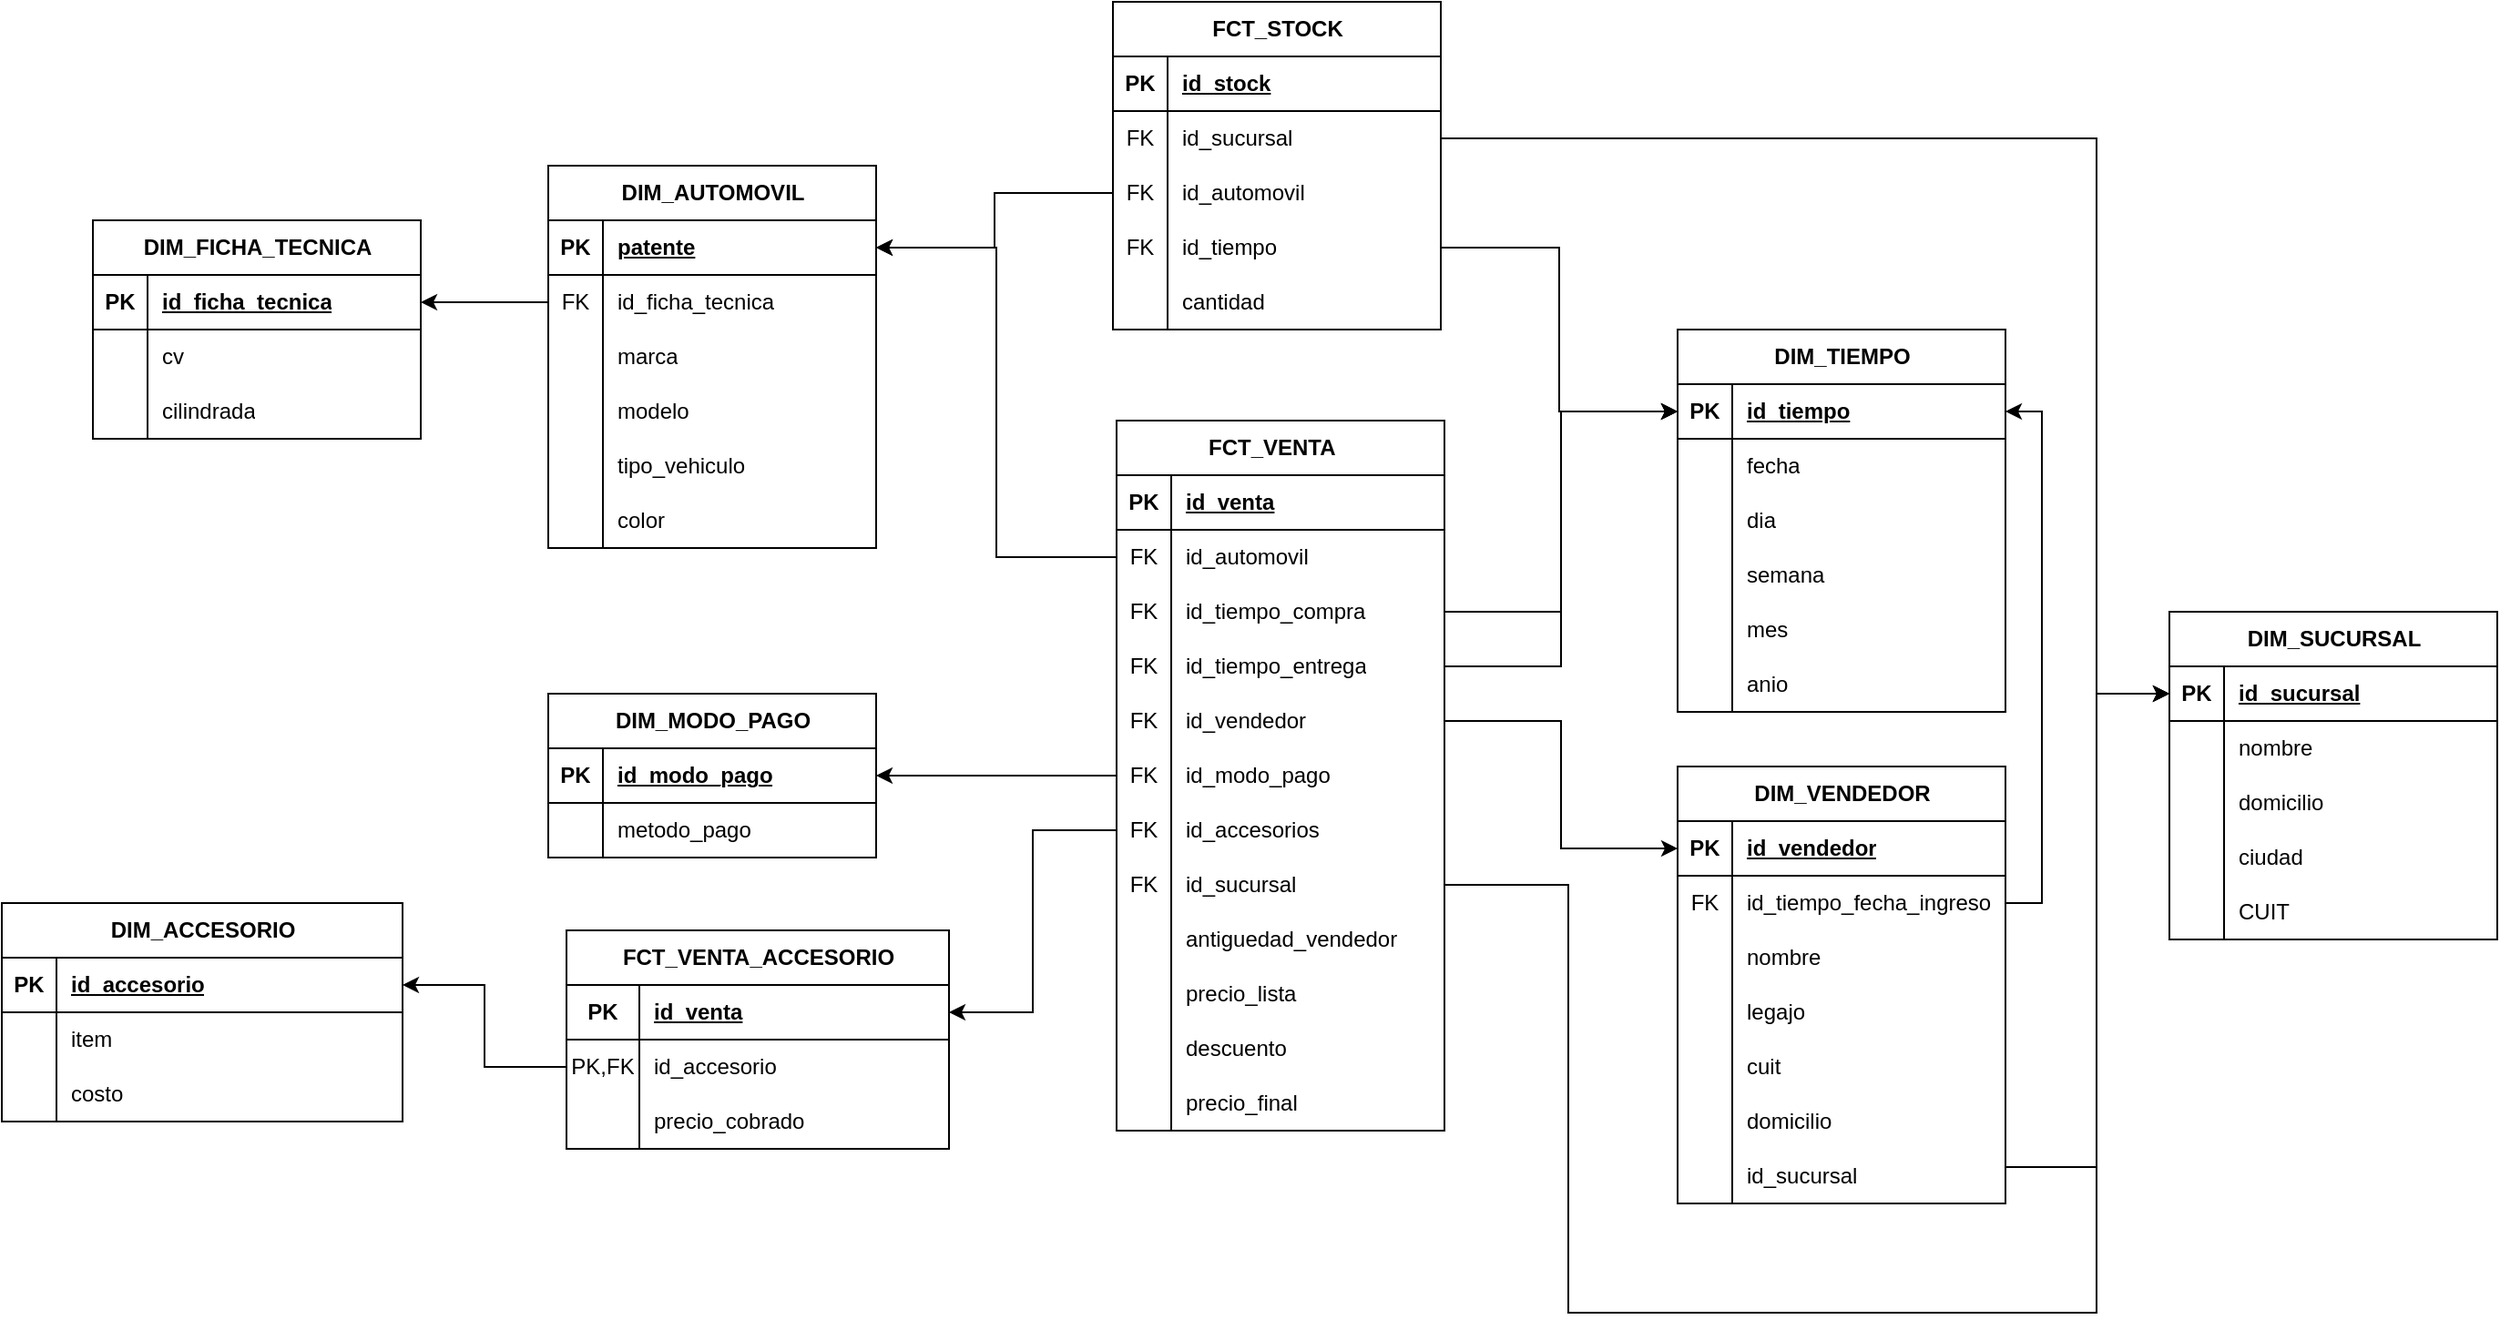
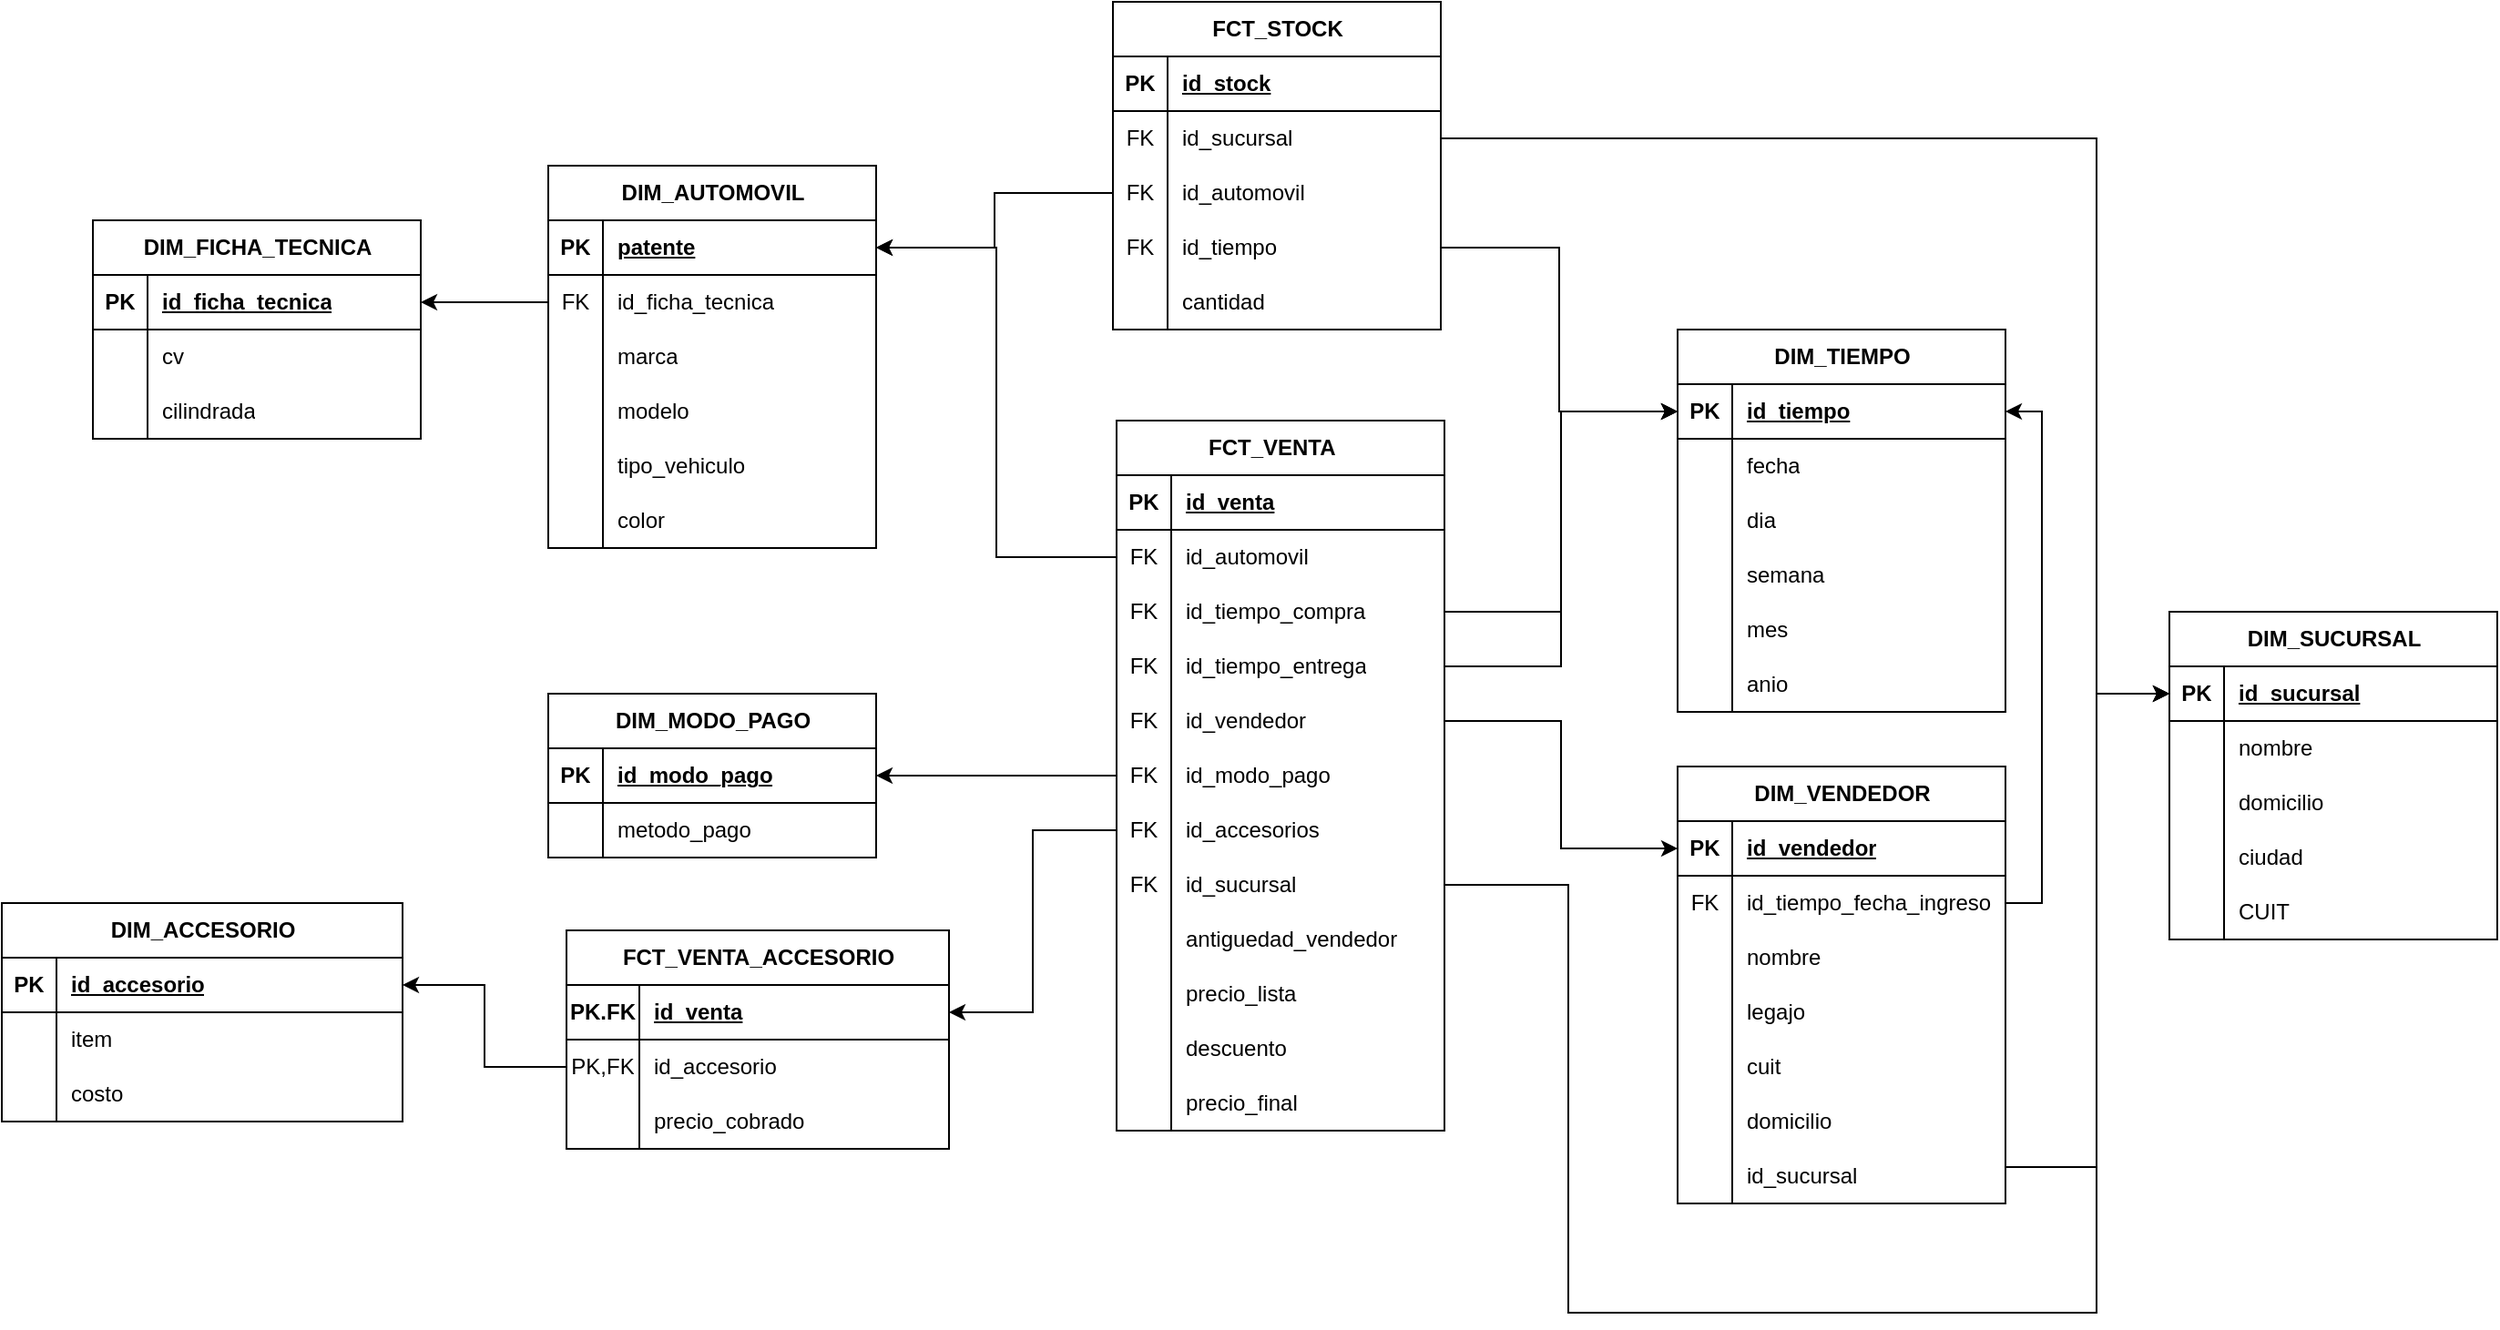
<mxfile host="app.diagrams.net">
  <diagram name="Página-1" id="msOhzYZNF5HMWlpOjL7c">
    <mxGraphModel dx="2592" dy="1884" grid="1" gridSize="10" guides="1" tooltips="1" connect="1" arrows="1" fold="1" page="1" pageScale="1" pageWidth="827" pageHeight="1169" math="0" shadow="0">
      <root>
        <mxCell id="0" />
        <mxCell id="1" parent="0" />
        <mxCell id="yolWoft2z_0ZBsrmm8Kk-500" parent="1" style="shape=table;startSize=30;container=1;collapsible=1;childLayout=tableLayout;fixedRows=1;rowLines=0;fontStyle=1;align=center;resizeLast=1;html=1;" value="DIM_AUTOMOVIL" vertex="1">
          <mxGeometry height="210" width="180" x="150" y="80" as="geometry" />
        </mxCell>
        <mxCell id="yolWoft2z_0ZBsrmm8Kk-501" parent="yolWoft2z_0ZBsrmm8Kk-500" style="shape=tableRow;horizontal=0;startSize=0;swimlaneHead=0;swimlaneBody=0;fillColor=none;collapsible=0;dropTarget=0;points=[[0,0.5],[1,0.5]];portConstraint=eastwest;top=0;left=0;right=0;bottom=1;" value="" vertex="1">
          <mxGeometry height="30" width="180" y="30" as="geometry" />
        </mxCell>
        <mxCell id="yolWoft2z_0ZBsrmm8Kk-502" parent="yolWoft2z_0ZBsrmm8Kk-501" style="shape=partialRectangle;connectable=0;fillColor=none;top=0;left=0;bottom=0;right=0;fontStyle=1;overflow=hidden;whiteSpace=wrap;html=1;" value="PK" vertex="1">
          <mxGeometry height="30" width="30" as="geometry">
            <mxRectangle height="30" width="30" as="alternateBounds" />
          </mxGeometry>
        </mxCell>
        <mxCell id="yolWoft2z_0ZBsrmm8Kk-503" parent="yolWoft2z_0ZBsrmm8Kk-501" style="shape=partialRectangle;connectable=0;fillColor=none;top=0;left=0;bottom=0;right=0;align=left;spacingLeft=6;fontStyle=5;overflow=hidden;whiteSpace=wrap;html=1;" value="patente" vertex="1">
          <mxGeometry height="30" width="150" x="30" as="geometry">
            <mxRectangle height="30" width="150" as="alternateBounds" />
          </mxGeometry>
        </mxCell>
        <mxCell id="yolWoft2z_0ZBsrmm8Kk-504" parent="yolWoft2z_0ZBsrmm8Kk-500" style="shape=tableRow;horizontal=0;startSize=0;swimlaneHead=0;swimlaneBody=0;fillColor=none;collapsible=0;dropTarget=0;points=[[0,0.5],[1,0.5]];portConstraint=eastwest;top=0;left=0;right=0;bottom=0;" value="" vertex="1">
          <mxGeometry height="30" width="180" y="60" as="geometry" />
        </mxCell>
        <mxCell id="yolWoft2z_0ZBsrmm8Kk-505" parent="yolWoft2z_0ZBsrmm8Kk-504" style="shape=partialRectangle;connectable=0;fillColor=none;top=0;left=0;bottom=0;right=0;editable=1;overflow=hidden;whiteSpace=wrap;html=1;" value="FK" vertex="1">
          <mxGeometry height="30" width="30" as="geometry">
            <mxRectangle height="30" width="30" as="alternateBounds" />
          </mxGeometry>
        </mxCell>
        <mxCell id="yolWoft2z_0ZBsrmm8Kk-506" parent="yolWoft2z_0ZBsrmm8Kk-504" style="shape=partialRectangle;connectable=0;fillColor=none;top=0;left=0;bottom=0;right=0;align=left;spacingLeft=6;overflow=hidden;whiteSpace=wrap;html=1;" value="id_ficha_tecnica" vertex="1">
          <mxGeometry height="30" width="150" x="30" as="geometry">
            <mxRectangle height="30" width="150" as="alternateBounds" />
          </mxGeometry>
        </mxCell>
        <mxCell id="yolWoft2z_0ZBsrmm8Kk-614" parent="yolWoft2z_0ZBsrmm8Kk-500" style="shape=tableRow;horizontal=0;startSize=0;swimlaneHead=0;swimlaneBody=0;fillColor=none;collapsible=0;dropTarget=0;points=[[0,0.5],[1,0.5]];portConstraint=eastwest;top=0;left=0;right=0;bottom=0;" value="" vertex="1">
          <mxGeometry height="30" width="180" y="90" as="geometry" />
        </mxCell>
        <mxCell id="yolWoft2z_0ZBsrmm8Kk-615" parent="yolWoft2z_0ZBsrmm8Kk-614" style="shape=partialRectangle;connectable=0;fillColor=none;top=0;left=0;bottom=0;right=0;editable=1;overflow=hidden;whiteSpace=wrap;html=1;" value="" vertex="1">
          <mxGeometry height="30" width="30" as="geometry">
            <mxRectangle height="30" width="30" as="alternateBounds" />
          </mxGeometry>
        </mxCell>
        <mxCell id="yolWoft2z_0ZBsrmm8Kk-616" parent="yolWoft2z_0ZBsrmm8Kk-614" style="shape=partialRectangle;connectable=0;fillColor=none;top=0;left=0;bottom=0;right=0;align=left;spacingLeft=6;overflow=hidden;whiteSpace=wrap;html=1;" value="marca" vertex="1">
          <mxGeometry height="30" width="150" x="30" as="geometry">
            <mxRectangle height="30" width="150" as="alternateBounds" />
          </mxGeometry>
        </mxCell>
        <mxCell id="yolWoft2z_0ZBsrmm8Kk-507" parent="yolWoft2z_0ZBsrmm8Kk-500" style="shape=tableRow;horizontal=0;startSize=0;swimlaneHead=0;swimlaneBody=0;fillColor=none;collapsible=0;dropTarget=0;points=[[0,0.5],[1,0.5]];portConstraint=eastwest;top=0;left=0;right=0;bottom=0;" value="" vertex="1">
          <mxGeometry height="30" width="180" y="120" as="geometry" />
        </mxCell>
        <mxCell id="yolWoft2z_0ZBsrmm8Kk-508" parent="yolWoft2z_0ZBsrmm8Kk-507" style="shape=partialRectangle;connectable=0;fillColor=none;top=0;left=0;bottom=0;right=0;editable=1;overflow=hidden;whiteSpace=wrap;html=1;" value="" vertex="1">
          <mxGeometry height="30" width="30" as="geometry">
            <mxRectangle height="30" width="30" as="alternateBounds" />
          </mxGeometry>
        </mxCell>
        <mxCell id="yolWoft2z_0ZBsrmm8Kk-509" parent="yolWoft2z_0ZBsrmm8Kk-507" style="shape=partialRectangle;connectable=0;fillColor=none;top=0;left=0;bottom=0;right=0;align=left;spacingLeft=6;overflow=hidden;whiteSpace=wrap;html=1;" value="modelo" vertex="1">
          <mxGeometry height="30" width="150" x="30" as="geometry">
            <mxRectangle height="30" width="150" as="alternateBounds" />
          </mxGeometry>
        </mxCell>
        <mxCell id="yolWoft2z_0ZBsrmm8Kk-510" parent="yolWoft2z_0ZBsrmm8Kk-500" style="shape=tableRow;horizontal=0;startSize=0;swimlaneHead=0;swimlaneBody=0;fillColor=none;collapsible=0;dropTarget=0;points=[[0,0.5],[1,0.5]];portConstraint=eastwest;top=0;left=0;right=0;bottom=0;" value="" vertex="1">
          <mxGeometry height="30" width="180" y="150" as="geometry" />
        </mxCell>
        <mxCell id="yolWoft2z_0ZBsrmm8Kk-511" parent="yolWoft2z_0ZBsrmm8Kk-510" style="shape=partialRectangle;connectable=0;fillColor=none;top=0;left=0;bottom=0;right=0;editable=1;overflow=hidden;whiteSpace=wrap;html=1;" value="" vertex="1">
          <mxGeometry height="30" width="30" as="geometry">
            <mxRectangle height="30" width="30" as="alternateBounds" />
          </mxGeometry>
        </mxCell>
        <mxCell id="yolWoft2z_0ZBsrmm8Kk-512" parent="yolWoft2z_0ZBsrmm8Kk-510" style="shape=partialRectangle;connectable=0;fillColor=none;top=0;left=0;bottom=0;right=0;align=left;spacingLeft=6;overflow=hidden;whiteSpace=wrap;html=1;" value="tipo_vehiculo" vertex="1">
          <mxGeometry height="30" width="150" x="30" as="geometry">
            <mxRectangle height="30" width="150" as="alternateBounds" />
          </mxGeometry>
        </mxCell>
        <mxCell id="yolWoft2z_0ZBsrmm8Kk-604" parent="yolWoft2z_0ZBsrmm8Kk-500" style="shape=tableRow;horizontal=0;startSize=0;swimlaneHead=0;swimlaneBody=0;fillColor=none;collapsible=0;dropTarget=0;points=[[0,0.5],[1,0.5]];portConstraint=eastwest;top=0;left=0;right=0;bottom=0;" value="" vertex="1">
          <mxGeometry height="30" width="180" y="180" as="geometry" />
        </mxCell>
        <mxCell id="yolWoft2z_0ZBsrmm8Kk-605" parent="yolWoft2z_0ZBsrmm8Kk-604" style="shape=partialRectangle;connectable=0;fillColor=none;top=0;left=0;bottom=0;right=0;editable=1;overflow=hidden;whiteSpace=wrap;html=1;" value="" vertex="1">
          <mxGeometry height="30" width="30" as="geometry">
            <mxRectangle height="30" width="30" as="alternateBounds" />
          </mxGeometry>
        </mxCell>
        <mxCell id="yolWoft2z_0ZBsrmm8Kk-606" parent="yolWoft2z_0ZBsrmm8Kk-604" style="shape=partialRectangle;connectable=0;fillColor=none;top=0;left=0;bottom=0;right=0;align=left;spacingLeft=6;overflow=hidden;whiteSpace=wrap;html=1;" value="color" vertex="1">
          <mxGeometry height="30" width="150" x="30" as="geometry">
            <mxRectangle height="30" width="150" as="alternateBounds" />
          </mxGeometry>
        </mxCell>
        <mxCell id="yolWoft2z_0ZBsrmm8Kk-513" parent="1" style="shape=table;startSize=30;container=1;collapsible=1;childLayout=tableLayout;fixedRows=1;rowLines=0;fontStyle=1;align=center;resizeLast=1;html=1;" value="FCT_VENTA&lt;span style=&quot;white-space: pre;&quot;&gt;&#x9;&lt;/span&gt;" vertex="1">
          <mxGeometry height="390" width="180" x="462" y="220" as="geometry" />
        </mxCell>
        <mxCell id="yolWoft2z_0ZBsrmm8Kk-514" parent="yolWoft2z_0ZBsrmm8Kk-513" style="shape=tableRow;horizontal=0;startSize=0;swimlaneHead=0;swimlaneBody=0;fillColor=none;collapsible=0;dropTarget=0;points=[[0,0.5],[1,0.5]];portConstraint=eastwest;top=0;left=0;right=0;bottom=1;" value="" vertex="1">
          <mxGeometry height="30" width="180" y="30" as="geometry" />
        </mxCell>
        <mxCell id="yolWoft2z_0ZBsrmm8Kk-515" parent="yolWoft2z_0ZBsrmm8Kk-514" style="shape=partialRectangle;connectable=0;fillColor=none;top=0;left=0;bottom=0;right=0;fontStyle=1;overflow=hidden;whiteSpace=wrap;html=1;" value="PK" vertex="1">
          <mxGeometry height="30" width="30" as="geometry">
            <mxRectangle height="30" width="30" as="alternateBounds" />
          </mxGeometry>
        </mxCell>
        <mxCell id="yolWoft2z_0ZBsrmm8Kk-516" parent="yolWoft2z_0ZBsrmm8Kk-514" style="shape=partialRectangle;connectable=0;fillColor=none;top=0;left=0;bottom=0;right=0;align=left;spacingLeft=6;fontStyle=5;overflow=hidden;whiteSpace=wrap;html=1;" value="id_venta" vertex="1">
          <mxGeometry height="30" width="150" x="30" as="geometry">
            <mxRectangle height="30" width="150" as="alternateBounds" />
          </mxGeometry>
        </mxCell>
        <mxCell id="yolWoft2z_0ZBsrmm8Kk-517" parent="yolWoft2z_0ZBsrmm8Kk-513" style="shape=tableRow;horizontal=0;startSize=0;swimlaneHead=0;swimlaneBody=0;fillColor=none;collapsible=0;dropTarget=0;points=[[0,0.5],[1,0.5]];portConstraint=eastwest;top=0;left=0;right=0;bottom=0;" value="" vertex="1">
          <mxGeometry height="30" width="180" y="60" as="geometry" />
        </mxCell>
        <mxCell id="yolWoft2z_0ZBsrmm8Kk-518" parent="yolWoft2z_0ZBsrmm8Kk-517" style="shape=partialRectangle;connectable=0;fillColor=none;top=0;left=0;bottom=0;right=0;editable=1;overflow=hidden;whiteSpace=wrap;html=1;" value="FK" vertex="1">
          <mxGeometry height="30" width="30" as="geometry">
            <mxRectangle height="30" width="30" as="alternateBounds" />
          </mxGeometry>
        </mxCell>
        <mxCell id="yolWoft2z_0ZBsrmm8Kk-519" parent="yolWoft2z_0ZBsrmm8Kk-517" style="shape=partialRectangle;connectable=0;fillColor=none;top=0;left=0;bottom=0;right=0;align=left;spacingLeft=6;overflow=hidden;whiteSpace=wrap;html=1;" value="id_automovil" vertex="1">
          <mxGeometry height="30" width="150" x="30" as="geometry">
            <mxRectangle height="30" width="150" as="alternateBounds" />
          </mxGeometry>
        </mxCell>
        <mxCell id="yolWoft2z_0ZBsrmm8Kk-520" parent="yolWoft2z_0ZBsrmm8Kk-513" style="shape=tableRow;horizontal=0;startSize=0;swimlaneHead=0;swimlaneBody=0;fillColor=none;collapsible=0;dropTarget=0;points=[[0,0.5],[1,0.5]];portConstraint=eastwest;top=0;left=0;right=0;bottom=0;" value="" vertex="1">
          <mxGeometry height="30" width="180" y="90" as="geometry" />
        </mxCell>
        <mxCell id="yolWoft2z_0ZBsrmm8Kk-521" parent="yolWoft2z_0ZBsrmm8Kk-520" style="shape=partialRectangle;connectable=0;fillColor=none;top=0;left=0;bottom=0;right=0;editable=1;overflow=hidden;whiteSpace=wrap;html=1;" value="FK" vertex="1">
          <mxGeometry height="30" width="30" as="geometry">
            <mxRectangle height="30" width="30" as="alternateBounds" />
          </mxGeometry>
        </mxCell>
        <mxCell id="yolWoft2z_0ZBsrmm8Kk-522" parent="yolWoft2z_0ZBsrmm8Kk-520" style="shape=partialRectangle;connectable=0;fillColor=none;top=0;left=0;bottom=0;right=0;align=left;spacingLeft=6;overflow=hidden;whiteSpace=wrap;html=1;" value="id_tiempo_compra" vertex="1">
          <mxGeometry height="30" width="150" x="30" as="geometry">
            <mxRectangle height="30" width="150" as="alternateBounds" />
          </mxGeometry>
        </mxCell>
        <mxCell id="yolWoft2z_0ZBsrmm8Kk-742" parent="yolWoft2z_0ZBsrmm8Kk-513" style="shape=tableRow;horizontal=0;startSize=0;swimlaneHead=0;swimlaneBody=0;fillColor=none;collapsible=0;dropTarget=0;points=[[0,0.5],[1,0.5]];portConstraint=eastwest;top=0;left=0;right=0;bottom=0;" value="" vertex="1">
          <mxGeometry height="30" width="180" y="120" as="geometry" />
        </mxCell>
        <mxCell id="yolWoft2z_0ZBsrmm8Kk-743" parent="yolWoft2z_0ZBsrmm8Kk-742" style="shape=partialRectangle;connectable=0;fillColor=none;top=0;left=0;bottom=0;right=0;editable=1;overflow=hidden;whiteSpace=wrap;html=1;" value="FK" vertex="1">
          <mxGeometry height="30" width="30" as="geometry">
            <mxRectangle height="30" width="30" as="alternateBounds" />
          </mxGeometry>
        </mxCell>
        <mxCell id="yolWoft2z_0ZBsrmm8Kk-744" parent="yolWoft2z_0ZBsrmm8Kk-742" style="shape=partialRectangle;connectable=0;fillColor=none;top=0;left=0;bottom=0;right=0;align=left;spacingLeft=6;overflow=hidden;whiteSpace=wrap;html=1;" value="id_tiempo_entrega" vertex="1">
          <mxGeometry height="30" width="150" x="30" as="geometry">
            <mxRectangle height="30" width="150" as="alternateBounds" />
          </mxGeometry>
        </mxCell>
        <mxCell id="yolWoft2z_0ZBsrmm8Kk-523" parent="yolWoft2z_0ZBsrmm8Kk-513" style="shape=tableRow;horizontal=0;startSize=0;swimlaneHead=0;swimlaneBody=0;fillColor=none;collapsible=0;dropTarget=0;points=[[0,0.5],[1,0.5]];portConstraint=eastwest;top=0;left=0;right=0;bottom=0;" value="" vertex="1">
          <mxGeometry height="30" width="180" y="150" as="geometry" />
        </mxCell>
        <mxCell id="yolWoft2z_0ZBsrmm8Kk-524" parent="yolWoft2z_0ZBsrmm8Kk-523" style="shape=partialRectangle;connectable=0;fillColor=none;top=0;left=0;bottom=0;right=0;editable=1;overflow=hidden;whiteSpace=wrap;html=1;" value="FK" vertex="1">
          <mxGeometry height="30" width="30" as="geometry">
            <mxRectangle height="30" width="30" as="alternateBounds" />
          </mxGeometry>
        </mxCell>
        <mxCell id="yolWoft2z_0ZBsrmm8Kk-525" parent="yolWoft2z_0ZBsrmm8Kk-523" style="shape=partialRectangle;connectable=0;fillColor=none;top=0;left=0;bottom=0;right=0;align=left;spacingLeft=6;overflow=hidden;whiteSpace=wrap;html=1;" value="id_vendedor" vertex="1">
          <mxGeometry height="30" width="150" x="30" as="geometry">
            <mxRectangle height="30" width="150" as="alternateBounds" />
          </mxGeometry>
        </mxCell>
        <mxCell id="yolWoft2z_0ZBsrmm8Kk-682" parent="yolWoft2z_0ZBsrmm8Kk-513" style="shape=tableRow;horizontal=0;startSize=0;swimlaneHead=0;swimlaneBody=0;fillColor=none;collapsible=0;dropTarget=0;points=[[0,0.5],[1,0.5]];portConstraint=eastwest;top=0;left=0;right=0;bottom=0;" value="" vertex="1">
          <mxGeometry height="30" width="180" y="180" as="geometry" />
        </mxCell>
        <mxCell id="yolWoft2z_0ZBsrmm8Kk-683" parent="yolWoft2z_0ZBsrmm8Kk-682" style="shape=partialRectangle;connectable=0;fillColor=none;top=0;left=0;bottom=0;right=0;editable=1;overflow=hidden;whiteSpace=wrap;html=1;" value="FK" vertex="1">
          <mxGeometry height="30" width="30" as="geometry">
            <mxRectangle height="30" width="30" as="alternateBounds" />
          </mxGeometry>
        </mxCell>
        <mxCell id="yolWoft2z_0ZBsrmm8Kk-684" parent="yolWoft2z_0ZBsrmm8Kk-682" style="shape=partialRectangle;connectable=0;fillColor=none;top=0;left=0;bottom=0;right=0;align=left;spacingLeft=6;overflow=hidden;whiteSpace=wrap;html=1;" value="id_modo_pago" vertex="1">
          <mxGeometry height="30" width="150" x="30" as="geometry">
            <mxRectangle height="30" width="150" as="alternateBounds" />
          </mxGeometry>
        </mxCell>
        <mxCell id="yolWoft2z_0ZBsrmm8Kk-728" parent="yolWoft2z_0ZBsrmm8Kk-513" style="shape=tableRow;horizontal=0;startSize=0;swimlaneHead=0;swimlaneBody=0;fillColor=none;collapsible=0;dropTarget=0;points=[[0,0.5],[1,0.5]];portConstraint=eastwest;top=0;left=0;right=0;bottom=0;" value="" vertex="1">
          <mxGeometry height="30" width="180" y="210" as="geometry" />
        </mxCell>
        <mxCell id="yolWoft2z_0ZBsrmm8Kk-729" parent="yolWoft2z_0ZBsrmm8Kk-728" style="shape=partialRectangle;connectable=0;fillColor=none;top=0;left=0;bottom=0;right=0;editable=1;overflow=hidden;whiteSpace=wrap;html=1;" value="FK" vertex="1">
          <mxGeometry height="30" width="30" as="geometry">
            <mxRectangle height="30" width="30" as="alternateBounds" />
          </mxGeometry>
        </mxCell>
        <mxCell id="yolWoft2z_0ZBsrmm8Kk-730" parent="yolWoft2z_0ZBsrmm8Kk-728" style="shape=partialRectangle;connectable=0;fillColor=none;top=0;left=0;bottom=0;right=0;align=left;spacingLeft=6;overflow=hidden;whiteSpace=wrap;html=1;" value="id_accesorios" vertex="1">
          <mxGeometry height="30" width="150" x="30" as="geometry">
            <mxRectangle height="30" width="150" as="alternateBounds" />
          </mxGeometry>
        </mxCell>
        <mxCell id="yolWoft2z_0ZBsrmm8Kk-763" parent="yolWoft2z_0ZBsrmm8Kk-513" style="shape=tableRow;horizontal=0;startSize=0;swimlaneHead=0;swimlaneBody=0;fillColor=none;collapsible=0;dropTarget=0;points=[[0,0.5],[1,0.5]];portConstraint=eastwest;top=0;left=0;right=0;bottom=0;" value="" vertex="1">
          <mxGeometry height="30" width="180" y="240" as="geometry" />
        </mxCell>
        <mxCell id="yolWoft2z_0ZBsrmm8Kk-764" parent="yolWoft2z_0ZBsrmm8Kk-763" style="shape=partialRectangle;connectable=0;fillColor=none;top=0;left=0;bottom=0;right=0;editable=1;overflow=hidden;whiteSpace=wrap;html=1;" value="FK" vertex="1">
          <mxGeometry height="30" width="30" as="geometry">
            <mxRectangle height="30" width="30" as="alternateBounds" />
          </mxGeometry>
        </mxCell>
        <mxCell id="yolWoft2z_0ZBsrmm8Kk-765" parent="yolWoft2z_0ZBsrmm8Kk-763" style="shape=partialRectangle;connectable=0;fillColor=none;top=0;left=0;bottom=0;right=0;align=left;spacingLeft=6;overflow=hidden;whiteSpace=wrap;html=1;" value="id_sucursal" vertex="1">
          <mxGeometry height="30" width="150" x="30" as="geometry">
            <mxRectangle height="30" width="150" as="alternateBounds" />
          </mxGeometry>
        </mxCell>
        <mxCell id="yolWoft2z_0ZBsrmm8Kk-782" parent="yolWoft2z_0ZBsrmm8Kk-513" style="shape=tableRow;horizontal=0;startSize=0;swimlaneHead=0;swimlaneBody=0;fillColor=none;collapsible=0;dropTarget=0;points=[[0,0.5],[1,0.5]];portConstraint=eastwest;top=0;left=0;right=0;bottom=0;" value="" vertex="1">
          <mxGeometry height="30" width="180" y="270" as="geometry" />
        </mxCell>
        <mxCell id="yolWoft2z_0ZBsrmm8Kk-783" parent="yolWoft2z_0ZBsrmm8Kk-782" style="shape=partialRectangle;connectable=0;fillColor=none;top=0;left=0;bottom=0;right=0;editable=1;overflow=hidden;whiteSpace=wrap;html=1;" value="" vertex="1">
          <mxGeometry height="30" width="30" as="geometry">
            <mxRectangle height="30" width="30" as="alternateBounds" />
          </mxGeometry>
        </mxCell>
        <mxCell id="yolWoft2z_0ZBsrmm8Kk-784" parent="yolWoft2z_0ZBsrmm8Kk-782" style="shape=partialRectangle;connectable=0;fillColor=none;top=0;left=0;bottom=0;right=0;align=left;spacingLeft=6;overflow=hidden;whiteSpace=wrap;html=1;" value="antiguedad_vendedor" vertex="1">
          <mxGeometry height="30" width="150" x="30" as="geometry">
            <mxRectangle height="30" width="150" as="alternateBounds" />
          </mxGeometry>
        </mxCell>
        <mxCell id="yolWoft2z_0ZBsrmm8Kk-685" parent="yolWoft2z_0ZBsrmm8Kk-513" style="shape=tableRow;horizontal=0;startSize=0;swimlaneHead=0;swimlaneBody=0;fillColor=none;collapsible=0;dropTarget=0;points=[[0,0.5],[1,0.5]];portConstraint=eastwest;top=0;left=0;right=0;bottom=0;" value="" vertex="1">
          <mxGeometry height="30" width="180" y="300" as="geometry" />
        </mxCell>
        <mxCell id="yolWoft2z_0ZBsrmm8Kk-686" parent="yolWoft2z_0ZBsrmm8Kk-685" style="shape=partialRectangle;connectable=0;fillColor=none;top=0;left=0;bottom=0;right=0;editable=1;overflow=hidden;whiteSpace=wrap;html=1;" value="" vertex="1">
          <mxGeometry height="30" width="30" as="geometry">
            <mxRectangle height="30" width="30" as="alternateBounds" />
          </mxGeometry>
        </mxCell>
        <mxCell id="yolWoft2z_0ZBsrmm8Kk-687" parent="yolWoft2z_0ZBsrmm8Kk-685" style="shape=partialRectangle;connectable=0;fillColor=none;top=0;left=0;bottom=0;right=0;align=left;spacingLeft=6;overflow=hidden;whiteSpace=wrap;html=1;" value="precio_lista" vertex="1">
          <mxGeometry height="30" width="150" x="30" as="geometry">
            <mxRectangle height="30" width="150" as="alternateBounds" />
          </mxGeometry>
        </mxCell>
        <mxCell id="yolWoft2z_0ZBsrmm8Kk-691" parent="yolWoft2z_0ZBsrmm8Kk-513" style="shape=tableRow;horizontal=0;startSize=0;swimlaneHead=0;swimlaneBody=0;fillColor=none;collapsible=0;dropTarget=0;points=[[0,0.5],[1,0.5]];portConstraint=eastwest;top=0;left=0;right=0;bottom=0;" value="" vertex="1">
          <mxGeometry height="30" width="180" y="330" as="geometry" />
        </mxCell>
        <mxCell id="yolWoft2z_0ZBsrmm8Kk-692" parent="yolWoft2z_0ZBsrmm8Kk-691" style="shape=partialRectangle;connectable=0;fillColor=none;top=0;left=0;bottom=0;right=0;editable=1;overflow=hidden;whiteSpace=wrap;html=1;" value="" vertex="1">
          <mxGeometry height="30" width="30" as="geometry">
            <mxRectangle height="30" width="30" as="alternateBounds" />
          </mxGeometry>
        </mxCell>
        <mxCell id="yolWoft2z_0ZBsrmm8Kk-693" parent="yolWoft2z_0ZBsrmm8Kk-691" style="shape=partialRectangle;connectable=0;fillColor=none;top=0;left=0;bottom=0;right=0;align=left;spacingLeft=6;overflow=hidden;whiteSpace=wrap;html=1;" value="descuento" vertex="1">
          <mxGeometry height="30" width="150" x="30" as="geometry">
            <mxRectangle height="30" width="150" as="alternateBounds" />
          </mxGeometry>
        </mxCell>
        <mxCell id="yolWoft2z_0ZBsrmm8Kk-694" parent="yolWoft2z_0ZBsrmm8Kk-513" style="shape=tableRow;horizontal=0;startSize=0;swimlaneHead=0;swimlaneBody=0;fillColor=none;collapsible=0;dropTarget=0;points=[[0,0.5],[1,0.5]];portConstraint=eastwest;top=0;left=0;right=0;bottom=0;" value="" vertex="1">
          <mxGeometry height="30" width="180" y="360" as="geometry" />
        </mxCell>
        <mxCell id="yolWoft2z_0ZBsrmm8Kk-695" parent="yolWoft2z_0ZBsrmm8Kk-694" style="shape=partialRectangle;connectable=0;fillColor=none;top=0;left=0;bottom=0;right=0;editable=1;overflow=hidden;whiteSpace=wrap;html=1;" value="" vertex="1">
          <mxGeometry height="30" width="30" as="geometry">
            <mxRectangle height="30" width="30" as="alternateBounds" />
          </mxGeometry>
        </mxCell>
        <mxCell id="yolWoft2z_0ZBsrmm8Kk-696" parent="yolWoft2z_0ZBsrmm8Kk-694" style="shape=partialRectangle;connectable=0;fillColor=none;top=0;left=0;bottom=0;right=0;align=left;spacingLeft=6;overflow=hidden;whiteSpace=wrap;html=1;" value="precio_final" vertex="1">
          <mxGeometry height="30" width="150" x="30" as="geometry">
            <mxRectangle height="30" width="150" as="alternateBounds" />
          </mxGeometry>
        </mxCell>
        <mxCell id="yolWoft2z_0ZBsrmm8Kk-539" parent="1" style="shape=table;startSize=30;container=1;collapsible=1;childLayout=tableLayout;fixedRows=1;rowLines=0;fontStyle=1;align=center;resizeLast=1;html=1;" value="DIM_FICHA_TECNICA" vertex="1">
          <mxGeometry height="120" width="180" x="-100" y="110" as="geometry" />
        </mxCell>
        <mxCell id="yolWoft2z_0ZBsrmm8Kk-540" parent="yolWoft2z_0ZBsrmm8Kk-539" style="shape=tableRow;horizontal=0;startSize=0;swimlaneHead=0;swimlaneBody=0;fillColor=none;collapsible=0;dropTarget=0;points=[[0,0.5],[1,0.5]];portConstraint=eastwest;top=0;left=0;right=0;bottom=1;" value="" vertex="1">
          <mxGeometry height="30" width="180" y="30" as="geometry" />
        </mxCell>
        <mxCell id="yolWoft2z_0ZBsrmm8Kk-541" parent="yolWoft2z_0ZBsrmm8Kk-540" style="shape=partialRectangle;connectable=0;fillColor=none;top=0;left=0;bottom=0;right=0;fontStyle=1;overflow=hidden;whiteSpace=wrap;html=1;" value="PK" vertex="1">
          <mxGeometry height="30" width="30" as="geometry">
            <mxRectangle height="30" width="30" as="alternateBounds" />
          </mxGeometry>
        </mxCell>
        <mxCell id="yolWoft2z_0ZBsrmm8Kk-542" parent="yolWoft2z_0ZBsrmm8Kk-540" style="shape=partialRectangle;connectable=0;fillColor=none;top=0;left=0;bottom=0;right=0;align=left;spacingLeft=6;fontStyle=5;overflow=hidden;whiteSpace=wrap;html=1;" value="id_ficha_tecnica" vertex="1">
          <mxGeometry height="30" width="150" x="30" as="geometry">
            <mxRectangle height="30" width="150" as="alternateBounds" />
          </mxGeometry>
        </mxCell>
        <mxCell id="yolWoft2z_0ZBsrmm8Kk-543" parent="yolWoft2z_0ZBsrmm8Kk-539" style="shape=tableRow;horizontal=0;startSize=0;swimlaneHead=0;swimlaneBody=0;fillColor=none;collapsible=0;dropTarget=0;points=[[0,0.5],[1,0.5]];portConstraint=eastwest;top=0;left=0;right=0;bottom=0;" value="" vertex="1">
          <mxGeometry height="30" width="180" y="60" as="geometry" />
        </mxCell>
        <mxCell id="yolWoft2z_0ZBsrmm8Kk-544" parent="yolWoft2z_0ZBsrmm8Kk-543" style="shape=partialRectangle;connectable=0;fillColor=none;top=0;left=0;bottom=0;right=0;editable=1;overflow=hidden;whiteSpace=wrap;html=1;" value="" vertex="1">
          <mxGeometry height="30" width="30" as="geometry">
            <mxRectangle height="30" width="30" as="alternateBounds" />
          </mxGeometry>
        </mxCell>
        <mxCell id="yolWoft2z_0ZBsrmm8Kk-545" parent="yolWoft2z_0ZBsrmm8Kk-543" style="shape=partialRectangle;connectable=0;fillColor=none;top=0;left=0;bottom=0;right=0;align=left;spacingLeft=6;overflow=hidden;whiteSpace=wrap;html=1;" value="cv" vertex="1">
          <mxGeometry height="30" width="150" x="30" as="geometry">
            <mxRectangle height="30" width="150" as="alternateBounds" />
          </mxGeometry>
        </mxCell>
        <mxCell id="yolWoft2z_0ZBsrmm8Kk-546" parent="yolWoft2z_0ZBsrmm8Kk-539" style="shape=tableRow;horizontal=0;startSize=0;swimlaneHead=0;swimlaneBody=0;fillColor=none;collapsible=0;dropTarget=0;points=[[0,0.5],[1,0.5]];portConstraint=eastwest;top=0;left=0;right=0;bottom=0;" value="" vertex="1">
          <mxGeometry height="30" width="180" y="90" as="geometry" />
        </mxCell>
        <mxCell id="yolWoft2z_0ZBsrmm8Kk-547" parent="yolWoft2z_0ZBsrmm8Kk-546" style="shape=partialRectangle;connectable=0;fillColor=none;top=0;left=0;bottom=0;right=0;editable=1;overflow=hidden;whiteSpace=wrap;html=1;" value="" vertex="1">
          <mxGeometry height="30" width="30" as="geometry">
            <mxRectangle height="30" width="30" as="alternateBounds" />
          </mxGeometry>
        </mxCell>
        <mxCell id="yolWoft2z_0ZBsrmm8Kk-548" parent="yolWoft2z_0ZBsrmm8Kk-546" style="shape=partialRectangle;connectable=0;fillColor=none;top=0;left=0;bottom=0;right=0;align=left;spacingLeft=6;overflow=hidden;whiteSpace=wrap;html=1;" value="cilindrada" vertex="1">
          <mxGeometry height="30" width="150" x="30" as="geometry">
            <mxRectangle height="30" width="150" as="alternateBounds" />
          </mxGeometry>
        </mxCell>
        <mxCell id="yolWoft2z_0ZBsrmm8Kk-552" parent="1" style="shape=table;startSize=30;container=1;collapsible=1;childLayout=tableLayout;fixedRows=1;rowLines=0;fontStyle=1;align=center;resizeLast=1;html=1;" value="DIM_VENDEDOR" vertex="1">
          <mxGeometry height="240" width="180" x="770" y="410" as="geometry" />
        </mxCell>
        <mxCell id="yolWoft2z_0ZBsrmm8Kk-553" parent="yolWoft2z_0ZBsrmm8Kk-552" style="shape=tableRow;horizontal=0;startSize=0;swimlaneHead=0;swimlaneBody=0;fillColor=none;collapsible=0;dropTarget=0;points=[[0,0.5],[1,0.5]];portConstraint=eastwest;top=0;left=0;right=0;bottom=1;" value="" vertex="1">
          <mxGeometry height="30" width="180" y="30" as="geometry" />
        </mxCell>
        <mxCell id="yolWoft2z_0ZBsrmm8Kk-554" parent="yolWoft2z_0ZBsrmm8Kk-553" style="shape=partialRectangle;connectable=0;fillColor=none;top=0;left=0;bottom=0;right=0;fontStyle=1;overflow=hidden;whiteSpace=wrap;html=1;" value="PK" vertex="1">
          <mxGeometry height="30" width="30" as="geometry">
            <mxRectangle height="30" width="30" as="alternateBounds" />
          </mxGeometry>
        </mxCell>
        <mxCell id="yolWoft2z_0ZBsrmm8Kk-555" parent="yolWoft2z_0ZBsrmm8Kk-553" style="shape=partialRectangle;connectable=0;fillColor=none;top=0;left=0;bottom=0;right=0;align=left;spacingLeft=6;fontStyle=5;overflow=hidden;whiteSpace=wrap;html=1;" value="id_vendedor" vertex="1">
          <mxGeometry height="30" width="150" x="30" as="geometry">
            <mxRectangle height="30" width="150" as="alternateBounds" />
          </mxGeometry>
        </mxCell>
        <mxCell id="yolWoft2z_0ZBsrmm8Kk-556" parent="yolWoft2z_0ZBsrmm8Kk-552" style="shape=tableRow;horizontal=0;startSize=0;swimlaneHead=0;swimlaneBody=0;fillColor=none;collapsible=0;dropTarget=0;points=[[0,0.5],[1,0.5]];portConstraint=eastwest;top=0;left=0;right=0;bottom=0;" value="" vertex="1">
          <mxGeometry height="30" width="180" y="60" as="geometry" />
        </mxCell>
        <mxCell id="yolWoft2z_0ZBsrmm8Kk-557" parent="yolWoft2z_0ZBsrmm8Kk-556" style="shape=partialRectangle;connectable=0;fillColor=none;top=0;left=0;bottom=0;right=0;editable=1;overflow=hidden;whiteSpace=wrap;html=1;" value="FK" vertex="1">
          <mxGeometry height="30" width="30" as="geometry">
            <mxRectangle height="30" width="30" as="alternateBounds" />
          </mxGeometry>
        </mxCell>
        <mxCell id="yolWoft2z_0ZBsrmm8Kk-558" parent="yolWoft2z_0ZBsrmm8Kk-556" style="shape=partialRectangle;connectable=0;fillColor=none;top=0;left=0;bottom=0;right=0;align=left;spacingLeft=6;overflow=hidden;whiteSpace=wrap;html=1;" value="id_tiempo_fecha_ingreso" vertex="1">
          <mxGeometry height="30" width="150" x="30" as="geometry">
            <mxRectangle height="30" width="150" as="alternateBounds" />
          </mxGeometry>
        </mxCell>
        <mxCell id="yolWoft2z_0ZBsrmm8Kk-755" parent="yolWoft2z_0ZBsrmm8Kk-552" style="shape=tableRow;horizontal=0;startSize=0;swimlaneHead=0;swimlaneBody=0;fillColor=none;collapsible=0;dropTarget=0;points=[[0,0.5],[1,0.5]];portConstraint=eastwest;top=0;left=0;right=0;bottom=0;" value="" vertex="1">
          <mxGeometry height="30" width="180" y="90" as="geometry" />
        </mxCell>
        <mxCell id="yolWoft2z_0ZBsrmm8Kk-756" parent="yolWoft2z_0ZBsrmm8Kk-755" style="shape=partialRectangle;connectable=0;fillColor=none;top=0;left=0;bottom=0;right=0;editable=1;overflow=hidden;whiteSpace=wrap;html=1;" value="" vertex="1">
          <mxGeometry height="30" width="30" as="geometry">
            <mxRectangle height="30" width="30" as="alternateBounds" />
          </mxGeometry>
        </mxCell>
        <mxCell id="yolWoft2z_0ZBsrmm8Kk-757" parent="yolWoft2z_0ZBsrmm8Kk-755" style="shape=partialRectangle;connectable=0;fillColor=none;top=0;left=0;bottom=0;right=0;align=left;spacingLeft=6;overflow=hidden;whiteSpace=wrap;html=1;" value="nombre" vertex="1">
          <mxGeometry height="30" width="150" x="30" as="geometry">
            <mxRectangle height="30" width="150" as="alternateBounds" />
          </mxGeometry>
        </mxCell>
        <mxCell id="yolWoft2z_0ZBsrmm8Kk-746" parent="yolWoft2z_0ZBsrmm8Kk-552" style="shape=tableRow;horizontal=0;startSize=0;swimlaneHead=0;swimlaneBody=0;fillColor=none;collapsible=0;dropTarget=0;points=[[0,0.5],[1,0.5]];portConstraint=eastwest;top=0;left=0;right=0;bottom=0;" value="" vertex="1">
          <mxGeometry height="30" width="180" y="120" as="geometry" />
        </mxCell>
        <mxCell id="yolWoft2z_0ZBsrmm8Kk-747" parent="yolWoft2z_0ZBsrmm8Kk-746" style="shape=partialRectangle;connectable=0;fillColor=none;top=0;left=0;bottom=0;right=0;editable=1;overflow=hidden;whiteSpace=wrap;html=1;" value="" vertex="1">
          <mxGeometry height="30" width="30" as="geometry">
            <mxRectangle height="30" width="30" as="alternateBounds" />
          </mxGeometry>
        </mxCell>
        <mxCell id="yolWoft2z_0ZBsrmm8Kk-748" parent="yolWoft2z_0ZBsrmm8Kk-746" style="shape=partialRectangle;connectable=0;fillColor=none;top=0;left=0;bottom=0;right=0;align=left;spacingLeft=6;overflow=hidden;whiteSpace=wrap;html=1;" value="legajo" vertex="1">
          <mxGeometry height="30" width="150" x="30" as="geometry">
            <mxRectangle height="30" width="150" as="alternateBounds" />
          </mxGeometry>
        </mxCell>
        <mxCell id="yolWoft2z_0ZBsrmm8Kk-749" parent="yolWoft2z_0ZBsrmm8Kk-552" style="shape=tableRow;horizontal=0;startSize=0;swimlaneHead=0;swimlaneBody=0;fillColor=none;collapsible=0;dropTarget=0;points=[[0,0.5],[1,0.5]];portConstraint=eastwest;top=0;left=0;right=0;bottom=0;" value="" vertex="1">
          <mxGeometry height="30" width="180" y="150" as="geometry" />
        </mxCell>
        <mxCell id="yolWoft2z_0ZBsrmm8Kk-750" parent="yolWoft2z_0ZBsrmm8Kk-749" style="shape=partialRectangle;connectable=0;fillColor=none;top=0;left=0;bottom=0;right=0;editable=1;overflow=hidden;whiteSpace=wrap;html=1;" value="" vertex="1">
          <mxGeometry height="30" width="30" as="geometry">
            <mxRectangle height="30" width="30" as="alternateBounds" />
          </mxGeometry>
        </mxCell>
        <mxCell id="yolWoft2z_0ZBsrmm8Kk-751" parent="yolWoft2z_0ZBsrmm8Kk-749" style="shape=partialRectangle;connectable=0;fillColor=none;top=0;left=0;bottom=0;right=0;align=left;spacingLeft=6;overflow=hidden;whiteSpace=wrap;html=1;" value="cuit" vertex="1">
          <mxGeometry height="30" width="150" x="30" as="geometry">
            <mxRectangle height="30" width="150" as="alternateBounds" />
          </mxGeometry>
        </mxCell>
        <mxCell id="yolWoft2z_0ZBsrmm8Kk-752" parent="yolWoft2z_0ZBsrmm8Kk-552" style="shape=tableRow;horizontal=0;startSize=0;swimlaneHead=0;swimlaneBody=0;fillColor=none;collapsible=0;dropTarget=0;points=[[0,0.5],[1,0.5]];portConstraint=eastwest;top=0;left=0;right=0;bottom=0;" value="" vertex="1">
          <mxGeometry height="30" width="180" y="180" as="geometry" />
        </mxCell>
        <mxCell id="yolWoft2z_0ZBsrmm8Kk-753" parent="yolWoft2z_0ZBsrmm8Kk-752" style="shape=partialRectangle;connectable=0;fillColor=none;top=0;left=0;bottom=0;right=0;editable=1;overflow=hidden;whiteSpace=wrap;html=1;" value="" vertex="1">
          <mxGeometry height="30" width="30" as="geometry">
            <mxRectangle height="30" width="30" as="alternateBounds" />
          </mxGeometry>
        </mxCell>
        <mxCell id="yolWoft2z_0ZBsrmm8Kk-754" parent="yolWoft2z_0ZBsrmm8Kk-752" style="shape=partialRectangle;connectable=0;fillColor=none;top=0;left=0;bottom=0;right=0;align=left;spacingLeft=6;overflow=hidden;whiteSpace=wrap;html=1;" value="domicilio" vertex="1">
          <mxGeometry height="30" width="150" x="30" as="geometry">
            <mxRectangle height="30" width="150" as="alternateBounds" />
          </mxGeometry>
        </mxCell>
        <mxCell id="yolWoft2z_0ZBsrmm8Kk-664" parent="yolWoft2z_0ZBsrmm8Kk-552" style="shape=tableRow;horizontal=0;startSize=0;swimlaneHead=0;swimlaneBody=0;fillColor=none;collapsible=0;dropTarget=0;points=[[0,0.5],[1,0.5]];portConstraint=eastwest;top=0;left=0;right=0;bottom=0;" value="" vertex="1">
          <mxGeometry height="30" width="180" y="210" as="geometry" />
        </mxCell>
        <mxCell id="yolWoft2z_0ZBsrmm8Kk-665" parent="yolWoft2z_0ZBsrmm8Kk-664" style="shape=partialRectangle;connectable=0;fillColor=none;top=0;left=0;bottom=0;right=0;editable=1;overflow=hidden;whiteSpace=wrap;html=1;" value="" vertex="1">
          <mxGeometry height="30" width="30" as="geometry">
            <mxRectangle height="30" width="30" as="alternateBounds" />
          </mxGeometry>
        </mxCell>
        <mxCell id="yolWoft2z_0ZBsrmm8Kk-666" parent="yolWoft2z_0ZBsrmm8Kk-664" style="shape=partialRectangle;connectable=0;fillColor=none;top=0;left=0;bottom=0;right=0;align=left;spacingLeft=6;overflow=hidden;whiteSpace=wrap;html=1;" value="id_sucursal" vertex="1">
          <mxGeometry height="30" width="150" x="30" as="geometry">
            <mxRectangle height="30" width="150" as="alternateBounds" />
          </mxGeometry>
        </mxCell>
        <mxCell id="yolWoft2z_0ZBsrmm8Kk-565" parent="1" style="shape=table;startSize=30;container=1;collapsible=1;childLayout=tableLayout;fixedRows=1;rowLines=0;fontStyle=1;align=center;resizeLast=1;html=1;" value="DIM_MODO_PAGO" vertex="1">
          <mxGeometry height="90" width="180" x="150" y="370" as="geometry" />
        </mxCell>
        <mxCell id="yolWoft2z_0ZBsrmm8Kk-566" parent="yolWoft2z_0ZBsrmm8Kk-565" style="shape=tableRow;horizontal=0;startSize=0;swimlaneHead=0;swimlaneBody=0;fillColor=none;collapsible=0;dropTarget=0;points=[[0,0.5],[1,0.5]];portConstraint=eastwest;top=0;left=0;right=0;bottom=1;" value="" vertex="1">
          <mxGeometry height="30" width="180" y="30" as="geometry" />
        </mxCell>
        <mxCell id="yolWoft2z_0ZBsrmm8Kk-567" parent="yolWoft2z_0ZBsrmm8Kk-566" style="shape=partialRectangle;connectable=0;fillColor=none;top=0;left=0;bottom=0;right=0;fontStyle=1;overflow=hidden;whiteSpace=wrap;html=1;" value="PK" vertex="1">
          <mxGeometry height="30" width="30" as="geometry">
            <mxRectangle height="30" width="30" as="alternateBounds" />
          </mxGeometry>
        </mxCell>
        <mxCell id="yolWoft2z_0ZBsrmm8Kk-568" parent="yolWoft2z_0ZBsrmm8Kk-566" style="shape=partialRectangle;connectable=0;fillColor=none;top=0;left=0;bottom=0;right=0;align=left;spacingLeft=6;fontStyle=5;overflow=hidden;whiteSpace=wrap;html=1;" value="id_modo_pago" vertex="1">
          <mxGeometry height="30" width="150" x="30" as="geometry">
            <mxRectangle height="30" width="150" as="alternateBounds" />
          </mxGeometry>
        </mxCell>
        <mxCell id="yolWoft2z_0ZBsrmm8Kk-569" parent="yolWoft2z_0ZBsrmm8Kk-565" style="shape=tableRow;horizontal=0;startSize=0;swimlaneHead=0;swimlaneBody=0;fillColor=none;collapsible=0;dropTarget=0;points=[[0,0.5],[1,0.5]];portConstraint=eastwest;top=0;left=0;right=0;bottom=0;" value="" vertex="1">
          <mxGeometry height="30" width="180" y="60" as="geometry" />
        </mxCell>
        <mxCell id="yolWoft2z_0ZBsrmm8Kk-570" parent="yolWoft2z_0ZBsrmm8Kk-569" style="shape=partialRectangle;connectable=0;fillColor=none;top=0;left=0;bottom=0;right=0;editable=1;overflow=hidden;whiteSpace=wrap;html=1;" value="" vertex="1">
          <mxGeometry height="30" width="30" as="geometry">
            <mxRectangle height="30" width="30" as="alternateBounds" />
          </mxGeometry>
        </mxCell>
        <mxCell id="yolWoft2z_0ZBsrmm8Kk-571" parent="yolWoft2z_0ZBsrmm8Kk-569" style="shape=partialRectangle;connectable=0;fillColor=none;top=0;left=0;bottom=0;right=0;align=left;spacingLeft=6;overflow=hidden;whiteSpace=wrap;html=1;" value="metodo_pago" vertex="1">
          <mxGeometry height="30" width="150" x="30" as="geometry">
            <mxRectangle height="30" width="150" as="alternateBounds" />
          </mxGeometry>
        </mxCell>
        <mxCell id="yolWoft2z_0ZBsrmm8Kk-578" parent="1" style="shape=table;startSize=30;container=1;collapsible=1;childLayout=tableLayout;fixedRows=1;rowLines=0;fontStyle=1;align=center;resizeLast=1;html=1;" value="DIM_SUCURSAL" vertex="1">
          <mxGeometry height="180" width="180" x="1040" y="325" as="geometry" />
        </mxCell>
        <mxCell id="yolWoft2z_0ZBsrmm8Kk-579" parent="yolWoft2z_0ZBsrmm8Kk-578" style="shape=tableRow;horizontal=0;startSize=0;swimlaneHead=0;swimlaneBody=0;fillColor=none;collapsible=0;dropTarget=0;points=[[0,0.5],[1,0.5]];portConstraint=eastwest;top=0;left=0;right=0;bottom=1;" value="" vertex="1">
          <mxGeometry height="30" width="180" y="30" as="geometry" />
        </mxCell>
        <mxCell id="yolWoft2z_0ZBsrmm8Kk-580" parent="yolWoft2z_0ZBsrmm8Kk-579" style="shape=partialRectangle;connectable=0;fillColor=none;top=0;left=0;bottom=0;right=0;fontStyle=1;overflow=hidden;whiteSpace=wrap;html=1;" value="PK" vertex="1">
          <mxGeometry height="30" width="30" as="geometry">
            <mxRectangle height="30" width="30" as="alternateBounds" />
          </mxGeometry>
        </mxCell>
        <mxCell id="yolWoft2z_0ZBsrmm8Kk-581" parent="yolWoft2z_0ZBsrmm8Kk-579" style="shape=partialRectangle;connectable=0;fillColor=none;top=0;left=0;bottom=0;right=0;align=left;spacingLeft=6;fontStyle=5;overflow=hidden;whiteSpace=wrap;html=1;" value="id_sucursal" vertex="1">
          <mxGeometry height="30" width="150" x="30" as="geometry">
            <mxRectangle height="30" width="150" as="alternateBounds" />
          </mxGeometry>
        </mxCell>
        <mxCell id="yolWoft2z_0ZBsrmm8Kk-582" parent="yolWoft2z_0ZBsrmm8Kk-578" style="shape=tableRow;horizontal=0;startSize=0;swimlaneHead=0;swimlaneBody=0;fillColor=none;collapsible=0;dropTarget=0;points=[[0,0.5],[1,0.5]];portConstraint=eastwest;top=0;left=0;right=0;bottom=0;" value="" vertex="1">
          <mxGeometry height="30" width="180" y="60" as="geometry" />
        </mxCell>
        <mxCell id="yolWoft2z_0ZBsrmm8Kk-583" parent="yolWoft2z_0ZBsrmm8Kk-582" style="shape=partialRectangle;connectable=0;fillColor=none;top=0;left=0;bottom=0;right=0;editable=1;overflow=hidden;whiteSpace=wrap;html=1;" value="" vertex="1">
          <mxGeometry height="30" width="30" as="geometry">
            <mxRectangle height="30" width="30" as="alternateBounds" />
          </mxGeometry>
        </mxCell>
        <mxCell id="yolWoft2z_0ZBsrmm8Kk-584" parent="yolWoft2z_0ZBsrmm8Kk-582" style="shape=partialRectangle;connectable=0;fillColor=none;top=0;left=0;bottom=0;right=0;align=left;spacingLeft=6;overflow=hidden;whiteSpace=wrap;html=1;" value="nombre" vertex="1">
          <mxGeometry height="30" width="150" x="30" as="geometry">
            <mxRectangle height="30" width="150" as="alternateBounds" />
          </mxGeometry>
        </mxCell>
        <mxCell id="yolWoft2z_0ZBsrmm8Kk-585" parent="yolWoft2z_0ZBsrmm8Kk-578" style="shape=tableRow;horizontal=0;startSize=0;swimlaneHead=0;swimlaneBody=0;fillColor=none;collapsible=0;dropTarget=0;points=[[0,0.5],[1,0.5]];portConstraint=eastwest;top=0;left=0;right=0;bottom=0;" value="" vertex="1">
          <mxGeometry height="30" width="180" y="90" as="geometry" />
        </mxCell>
        <mxCell id="yolWoft2z_0ZBsrmm8Kk-586" parent="yolWoft2z_0ZBsrmm8Kk-585" style="shape=partialRectangle;connectable=0;fillColor=none;top=0;left=0;bottom=0;right=0;editable=1;overflow=hidden;whiteSpace=wrap;html=1;" value="" vertex="1">
          <mxGeometry height="30" width="30" as="geometry">
            <mxRectangle height="30" width="30" as="alternateBounds" />
          </mxGeometry>
        </mxCell>
        <mxCell id="yolWoft2z_0ZBsrmm8Kk-587" parent="yolWoft2z_0ZBsrmm8Kk-585" style="shape=partialRectangle;connectable=0;fillColor=none;top=0;left=0;bottom=0;right=0;align=left;spacingLeft=6;overflow=hidden;whiteSpace=wrap;html=1;" value="domicilio" vertex="1">
          <mxGeometry height="30" width="150" x="30" as="geometry">
            <mxRectangle height="30" width="150" as="alternateBounds" />
          </mxGeometry>
        </mxCell>
        <mxCell id="yolWoft2z_0ZBsrmm8Kk-588" parent="yolWoft2z_0ZBsrmm8Kk-578" style="shape=tableRow;horizontal=0;startSize=0;swimlaneHead=0;swimlaneBody=0;fillColor=none;collapsible=0;dropTarget=0;points=[[0,0.5],[1,0.5]];portConstraint=eastwest;top=0;left=0;right=0;bottom=0;" value="" vertex="1">
          <mxGeometry height="30" width="180" y="120" as="geometry" />
        </mxCell>
        <mxCell id="yolWoft2z_0ZBsrmm8Kk-589" parent="yolWoft2z_0ZBsrmm8Kk-588" style="shape=partialRectangle;connectable=0;fillColor=none;top=0;left=0;bottom=0;right=0;editable=1;overflow=hidden;whiteSpace=wrap;html=1;" value="" vertex="1">
          <mxGeometry height="30" width="30" as="geometry">
            <mxRectangle height="30" width="30" as="alternateBounds" />
          </mxGeometry>
        </mxCell>
        <mxCell id="yolWoft2z_0ZBsrmm8Kk-590" parent="yolWoft2z_0ZBsrmm8Kk-588" style="shape=partialRectangle;connectable=0;fillColor=none;top=0;left=0;bottom=0;right=0;align=left;spacingLeft=6;overflow=hidden;whiteSpace=wrap;html=1;" value="ciudad" vertex="1">
          <mxGeometry height="30" width="150" x="30" as="geometry">
            <mxRectangle height="30" width="150" as="alternateBounds" />
          </mxGeometry>
        </mxCell>
        <mxCell id="yolWoft2z_0ZBsrmm8Kk-660" parent="yolWoft2z_0ZBsrmm8Kk-578" style="shape=tableRow;horizontal=0;startSize=0;swimlaneHead=0;swimlaneBody=0;fillColor=none;collapsible=0;dropTarget=0;points=[[0,0.5],[1,0.5]];portConstraint=eastwest;top=0;left=0;right=0;bottom=0;" value="" vertex="1">
          <mxGeometry height="30" width="180" y="150" as="geometry" />
        </mxCell>
        <mxCell id="yolWoft2z_0ZBsrmm8Kk-661" parent="yolWoft2z_0ZBsrmm8Kk-660" style="shape=partialRectangle;connectable=0;fillColor=none;top=0;left=0;bottom=0;right=0;editable=1;overflow=hidden;whiteSpace=wrap;html=1;" value="" vertex="1">
          <mxGeometry height="30" width="30" as="geometry">
            <mxRectangle height="30" width="30" as="alternateBounds" />
          </mxGeometry>
        </mxCell>
        <mxCell id="yolWoft2z_0ZBsrmm8Kk-662" parent="yolWoft2z_0ZBsrmm8Kk-660" style="shape=partialRectangle;connectable=0;fillColor=none;top=0;left=0;bottom=0;right=0;align=left;spacingLeft=6;overflow=hidden;whiteSpace=wrap;html=1;" value="CUIT" vertex="1">
          <mxGeometry height="30" width="150" x="30" as="geometry">
            <mxRectangle height="30" width="150" as="alternateBounds" />
          </mxGeometry>
        </mxCell>
        <mxCell id="yolWoft2z_0ZBsrmm8Kk-591" parent="1" style="shape=table;startSize=30;container=1;collapsible=1;childLayout=tableLayout;fixedRows=1;rowLines=0;fontStyle=1;align=center;resizeLast=1;html=1;" value="FCT_STOCK" vertex="1">
          <mxGeometry height="180" width="180" x="460" y="-10" as="geometry" />
        </mxCell>
        <mxCell id="yolWoft2z_0ZBsrmm8Kk-592" parent="yolWoft2z_0ZBsrmm8Kk-591" style="shape=tableRow;horizontal=0;startSize=0;swimlaneHead=0;swimlaneBody=0;fillColor=none;collapsible=0;dropTarget=0;points=[[0,0.5],[1,0.5]];portConstraint=eastwest;top=0;left=0;right=0;bottom=1;" value="" vertex="1">
          <mxGeometry height="30" width="180" y="30" as="geometry" />
        </mxCell>
        <mxCell id="yolWoft2z_0ZBsrmm8Kk-593" parent="yolWoft2z_0ZBsrmm8Kk-592" style="shape=partialRectangle;connectable=0;fillColor=none;top=0;left=0;bottom=0;right=0;fontStyle=1;overflow=hidden;whiteSpace=wrap;html=1;" value="PK" vertex="1">
          <mxGeometry height="30" width="30" as="geometry">
            <mxRectangle height="30" width="30" as="alternateBounds" />
          </mxGeometry>
        </mxCell>
        <mxCell id="yolWoft2z_0ZBsrmm8Kk-594" parent="yolWoft2z_0ZBsrmm8Kk-592" style="shape=partialRectangle;connectable=0;fillColor=none;top=0;left=0;bottom=0;right=0;align=left;spacingLeft=6;fontStyle=5;overflow=hidden;whiteSpace=wrap;html=1;" value="id_stock" vertex="1">
          <mxGeometry height="30" width="150" x="30" as="geometry">
            <mxRectangle height="30" width="150" as="alternateBounds" />
          </mxGeometry>
        </mxCell>
        <mxCell id="yolWoft2z_0ZBsrmm8Kk-595" parent="yolWoft2z_0ZBsrmm8Kk-591" style="shape=tableRow;horizontal=0;startSize=0;swimlaneHead=0;swimlaneBody=0;fillColor=none;collapsible=0;dropTarget=0;points=[[0,0.5],[1,0.5]];portConstraint=eastwest;top=0;left=0;right=0;bottom=0;" value="" vertex="1">
          <mxGeometry height="30" width="180" y="60" as="geometry" />
        </mxCell>
        <mxCell id="yolWoft2z_0ZBsrmm8Kk-596" parent="yolWoft2z_0ZBsrmm8Kk-595" style="shape=partialRectangle;connectable=0;fillColor=none;top=0;left=0;bottom=0;right=0;editable=1;overflow=hidden;whiteSpace=wrap;html=1;" value="FK" vertex="1">
          <mxGeometry height="30" width="30" as="geometry">
            <mxRectangle height="30" width="30" as="alternateBounds" />
          </mxGeometry>
        </mxCell>
        <mxCell id="yolWoft2z_0ZBsrmm8Kk-597" parent="yolWoft2z_0ZBsrmm8Kk-595" style="shape=partialRectangle;connectable=0;fillColor=none;top=0;left=0;bottom=0;right=0;align=left;spacingLeft=6;overflow=hidden;whiteSpace=wrap;html=1;" value="id_sucursal" vertex="1">
          <mxGeometry height="30" width="150" x="30" as="geometry">
            <mxRectangle height="30" width="150" as="alternateBounds" />
          </mxGeometry>
        </mxCell>
        <mxCell id="yolWoft2z_0ZBsrmm8Kk-601" parent="yolWoft2z_0ZBsrmm8Kk-591" style="shape=tableRow;horizontal=0;startSize=0;swimlaneHead=0;swimlaneBody=0;fillColor=none;collapsible=0;dropTarget=0;points=[[0,0.5],[1,0.5]];portConstraint=eastwest;top=0;left=0;right=0;bottom=0;" value="" vertex="1">
          <mxGeometry height="30" width="180" y="90" as="geometry" />
        </mxCell>
        <mxCell id="yolWoft2z_0ZBsrmm8Kk-602" parent="yolWoft2z_0ZBsrmm8Kk-601" style="shape=partialRectangle;connectable=0;fillColor=none;top=0;left=0;bottom=0;right=0;editable=1;overflow=hidden;whiteSpace=wrap;html=1;" value="FK" vertex="1">
          <mxGeometry height="30" width="30" as="geometry">
            <mxRectangle height="30" width="30" as="alternateBounds" />
          </mxGeometry>
        </mxCell>
        <mxCell id="yolWoft2z_0ZBsrmm8Kk-603" parent="yolWoft2z_0ZBsrmm8Kk-601" style="shape=partialRectangle;connectable=0;fillColor=none;top=0;left=0;bottom=0;right=0;align=left;spacingLeft=6;overflow=hidden;whiteSpace=wrap;html=1;" value="id_automovil" vertex="1">
          <mxGeometry height="30" width="150" x="30" as="geometry">
            <mxRectangle height="30" width="150" as="alternateBounds" />
          </mxGeometry>
        </mxCell>
        <mxCell id="yolWoft2z_0ZBsrmm8Kk-759" parent="yolWoft2z_0ZBsrmm8Kk-591" style="shape=tableRow;horizontal=0;startSize=0;swimlaneHead=0;swimlaneBody=0;fillColor=none;collapsible=0;dropTarget=0;points=[[0,0.5],[1,0.5]];portConstraint=eastwest;top=0;left=0;right=0;bottom=0;" value="" vertex="1">
          <mxGeometry height="30" width="180" y="120" as="geometry" />
        </mxCell>
        <mxCell id="yolWoft2z_0ZBsrmm8Kk-760" parent="yolWoft2z_0ZBsrmm8Kk-759" style="shape=partialRectangle;connectable=0;fillColor=none;top=0;left=0;bottom=0;right=0;editable=1;overflow=hidden;whiteSpace=wrap;html=1;" value="FK" vertex="1">
          <mxGeometry height="30" width="30" as="geometry">
            <mxRectangle height="30" width="30" as="alternateBounds" />
          </mxGeometry>
        </mxCell>
        <mxCell id="yolWoft2z_0ZBsrmm8Kk-761" parent="yolWoft2z_0ZBsrmm8Kk-759" style="shape=partialRectangle;connectable=0;fillColor=none;top=0;left=0;bottom=0;right=0;align=left;spacingLeft=6;overflow=hidden;whiteSpace=wrap;html=1;" value="id_tiempo" vertex="1">
          <mxGeometry height="30" width="150" x="30" as="geometry">
            <mxRectangle height="30" width="150" as="alternateBounds" />
          </mxGeometry>
        </mxCell>
        <mxCell id="yolWoft2z_0ZBsrmm8Kk-767" parent="yolWoft2z_0ZBsrmm8Kk-591" style="shape=tableRow;horizontal=0;startSize=0;swimlaneHead=0;swimlaneBody=0;fillColor=none;collapsible=0;dropTarget=0;points=[[0,0.5],[1,0.5]];portConstraint=eastwest;top=0;left=0;right=0;bottom=0;" value="" vertex="1">
          <mxGeometry height="30" width="180" y="150" as="geometry" />
        </mxCell>
        <mxCell id="yolWoft2z_0ZBsrmm8Kk-768" parent="yolWoft2z_0ZBsrmm8Kk-767" style="shape=partialRectangle;connectable=0;fillColor=none;top=0;left=0;bottom=0;right=0;editable=1;overflow=hidden;whiteSpace=wrap;html=1;" value="" vertex="1">
          <mxGeometry height="30" width="30" as="geometry">
            <mxRectangle height="30" width="30" as="alternateBounds" />
          </mxGeometry>
        </mxCell>
        <mxCell id="yolWoft2z_0ZBsrmm8Kk-769" parent="yolWoft2z_0ZBsrmm8Kk-767" style="shape=partialRectangle;connectable=0;fillColor=none;top=0;left=0;bottom=0;right=0;align=left;spacingLeft=6;overflow=hidden;whiteSpace=wrap;html=1;" value="cantidad" vertex="1">
          <mxGeometry height="30" width="150" x="30" as="geometry">
            <mxRectangle height="30" width="150" as="alternateBounds" />
          </mxGeometry>
        </mxCell>
        <mxCell id="yolWoft2z_0ZBsrmm8Kk-610" edge="1" parent="1" source="yolWoft2z_0ZBsrmm8Kk-517" style="edgeStyle=orthogonalEdgeStyle;rounded=0;orthogonalLoop=1;jettySize=auto;html=1;exitX=0;exitY=0.5;exitDx=0;exitDy=0;entryX=1;entryY=0.5;entryDx=0;entryDy=0;" target="yolWoft2z_0ZBsrmm8Kk-501">
          <mxGeometry relative="1" as="geometry" />
        </mxCell>
        <mxCell id="yolWoft2z_0ZBsrmm8Kk-617" edge="1" parent="1" source="yolWoft2z_0ZBsrmm8Kk-504" style="edgeStyle=orthogonalEdgeStyle;rounded=0;orthogonalLoop=1;jettySize=auto;html=1;exitX=0;exitY=0.5;exitDx=0;exitDy=0;entryX=1;entryY=0.5;entryDx=0;entryDy=0;" target="yolWoft2z_0ZBsrmm8Kk-540">
          <mxGeometry relative="1" as="geometry" />
        </mxCell>
        <mxCell id="yolWoft2z_0ZBsrmm8Kk-659" edge="1" parent="1" source="yolWoft2z_0ZBsrmm8Kk-595" style="edgeStyle=orthogonalEdgeStyle;rounded=0;orthogonalLoop=1;jettySize=auto;html=1;exitX=1;exitY=0.5;exitDx=0;exitDy=0;entryX=0;entryY=0.5;entryDx=0;entryDy=0;" target="yolWoft2z_0ZBsrmm8Kk-579">
          <mxGeometry relative="1" as="geometry">
            <Array as="points">
              <mxPoint x="1000" y="65" />
              <mxPoint x="1000" y="370" />
            </Array>
          </mxGeometry>
        </mxCell>
        <mxCell id="yolWoft2z_0ZBsrmm8Kk-667" edge="1" parent="1" source="yolWoft2z_0ZBsrmm8Kk-664" style="edgeStyle=orthogonalEdgeStyle;rounded=0;orthogonalLoop=1;jettySize=auto;html=1;exitX=1;exitY=0.5;exitDx=0;exitDy=0;entryX=0;entryY=0.5;entryDx=0;entryDy=0;" target="yolWoft2z_0ZBsrmm8Kk-579">
          <mxGeometry relative="1" as="geometry">
            <Array as="points">
              <mxPoint x="950" y="630" />
              <mxPoint x="1000" y="630" />
              <mxPoint x="1000" y="370" />
            </Array>
          </mxGeometry>
        </mxCell>
        <mxCell id="yolWoft2z_0ZBsrmm8Kk-668" edge="1" parent="1" source="yolWoft2z_0ZBsrmm8Kk-523" style="edgeStyle=orthogonalEdgeStyle;rounded=0;orthogonalLoop=1;jettySize=auto;html=1;exitX=1;exitY=0.5;exitDx=0;exitDy=0;entryX=0;entryY=0.5;entryDx=0;entryDy=0;" target="yolWoft2z_0ZBsrmm8Kk-553">
          <mxGeometry relative="1" as="geometry" />
        </mxCell>
        <mxCell id="yolWoft2z_0ZBsrmm8Kk-669" edge="1" parent="1" source="yolWoft2z_0ZBsrmm8Kk-601" style="edgeStyle=orthogonalEdgeStyle;rounded=0;orthogonalLoop=1;jettySize=auto;html=1;exitX=0;exitY=0.5;exitDx=0;exitDy=0;entryX=1;entryY=0.5;entryDx=0;entryDy=0;" target="yolWoft2z_0ZBsrmm8Kk-501">
          <mxGeometry relative="1" as="geometry" />
        </mxCell>
        <mxCell id="yolWoft2z_0ZBsrmm8Kk-700" edge="1" parent="1" source="yolWoft2z_0ZBsrmm8Kk-682" style="edgeStyle=orthogonalEdgeStyle;rounded=0;orthogonalLoop=1;jettySize=auto;html=1;exitX=0;exitY=0.5;exitDx=0;exitDy=0;entryX=1;entryY=0.5;entryDx=0;entryDy=0;" target="yolWoft2z_0ZBsrmm8Kk-566">
          <mxGeometry relative="1" as="geometry" />
        </mxCell>
        <mxCell id="yolWoft2z_0ZBsrmm8Kk-701" parent="1" style="shape=table;startSize=30;container=1;collapsible=1;childLayout=tableLayout;fixedRows=1;rowLines=0;fontStyle=1;align=center;resizeLast=1;html=1;" value="DIM_TIEMPO" vertex="1">
          <mxGeometry height="210" width="180" x="770" y="170" as="geometry" />
        </mxCell>
        <mxCell id="yolWoft2z_0ZBsrmm8Kk-702" parent="yolWoft2z_0ZBsrmm8Kk-701" style="shape=tableRow;horizontal=0;startSize=0;swimlaneHead=0;swimlaneBody=0;fillColor=none;collapsible=0;dropTarget=0;points=[[0,0.5],[1,0.5]];portConstraint=eastwest;top=0;left=0;right=0;bottom=1;" value="" vertex="1">
          <mxGeometry height="30" width="180" y="30" as="geometry" />
        </mxCell>
        <mxCell id="yolWoft2z_0ZBsrmm8Kk-703" parent="yolWoft2z_0ZBsrmm8Kk-702" style="shape=partialRectangle;connectable=0;fillColor=none;top=0;left=0;bottom=0;right=0;fontStyle=1;overflow=hidden;whiteSpace=wrap;html=1;" value="PK" vertex="1">
          <mxGeometry height="30" width="30" as="geometry">
            <mxRectangle height="30" width="30" as="alternateBounds" />
          </mxGeometry>
        </mxCell>
        <mxCell id="yolWoft2z_0ZBsrmm8Kk-704" parent="yolWoft2z_0ZBsrmm8Kk-702" style="shape=partialRectangle;connectable=0;fillColor=none;top=0;left=0;bottom=0;right=0;align=left;spacingLeft=6;fontStyle=5;overflow=hidden;whiteSpace=wrap;html=1;" value="id_tiempo" vertex="1">
          <mxGeometry height="30" width="150" x="30" as="geometry">
            <mxRectangle height="30" width="150" as="alternateBounds" />
          </mxGeometry>
        </mxCell>
        <mxCell id="yolWoft2z_0ZBsrmm8Kk-705" parent="yolWoft2z_0ZBsrmm8Kk-701" style="shape=tableRow;horizontal=0;startSize=0;swimlaneHead=0;swimlaneBody=0;fillColor=none;collapsible=0;dropTarget=0;points=[[0,0.5],[1,0.5]];portConstraint=eastwest;top=0;left=0;right=0;bottom=0;" value="" vertex="1">
          <mxGeometry height="30" width="180" y="60" as="geometry" />
        </mxCell>
        <mxCell id="yolWoft2z_0ZBsrmm8Kk-706" parent="yolWoft2z_0ZBsrmm8Kk-705" style="shape=partialRectangle;connectable=0;fillColor=none;top=0;left=0;bottom=0;right=0;editable=1;overflow=hidden;whiteSpace=wrap;html=1;" value="" vertex="1">
          <mxGeometry height="30" width="30" as="geometry">
            <mxRectangle height="30" width="30" as="alternateBounds" />
          </mxGeometry>
        </mxCell>
        <mxCell id="yolWoft2z_0ZBsrmm8Kk-707" parent="yolWoft2z_0ZBsrmm8Kk-705" style="shape=partialRectangle;connectable=0;fillColor=none;top=0;left=0;bottom=0;right=0;align=left;spacingLeft=6;overflow=hidden;whiteSpace=wrap;html=1;" value="fecha" vertex="1">
          <mxGeometry height="30" width="150" x="30" as="geometry">
            <mxRectangle height="30" width="150" as="alternateBounds" />
          </mxGeometry>
        </mxCell>
        <mxCell id="yolWoft2z_0ZBsrmm8Kk-708" parent="yolWoft2z_0ZBsrmm8Kk-701" style="shape=tableRow;horizontal=0;startSize=0;swimlaneHead=0;swimlaneBody=0;fillColor=none;collapsible=0;dropTarget=0;points=[[0,0.5],[1,0.5]];portConstraint=eastwest;top=0;left=0;right=0;bottom=0;" value="" vertex="1">
          <mxGeometry height="30" width="180" y="90" as="geometry" />
        </mxCell>
        <mxCell id="yolWoft2z_0ZBsrmm8Kk-709" parent="yolWoft2z_0ZBsrmm8Kk-708" style="shape=partialRectangle;connectable=0;fillColor=none;top=0;left=0;bottom=0;right=0;editable=1;overflow=hidden;whiteSpace=wrap;html=1;" value="" vertex="1">
          <mxGeometry height="30" width="30" as="geometry">
            <mxRectangle height="30" width="30" as="alternateBounds" />
          </mxGeometry>
        </mxCell>
        <mxCell id="yolWoft2z_0ZBsrmm8Kk-710" parent="yolWoft2z_0ZBsrmm8Kk-708" style="shape=partialRectangle;connectable=0;fillColor=none;top=0;left=0;bottom=0;right=0;align=left;spacingLeft=6;overflow=hidden;whiteSpace=wrap;html=1;" value="dia" vertex="1">
          <mxGeometry height="30" width="150" x="30" as="geometry">
            <mxRectangle height="30" width="150" as="alternateBounds" />
          </mxGeometry>
        </mxCell>
        <mxCell id="yolWoft2z_0ZBsrmm8Kk-711" parent="yolWoft2z_0ZBsrmm8Kk-701" style="shape=tableRow;horizontal=0;startSize=0;swimlaneHead=0;swimlaneBody=0;fillColor=none;collapsible=0;dropTarget=0;points=[[0,0.5],[1,0.5]];portConstraint=eastwest;top=0;left=0;right=0;bottom=0;" value="" vertex="1">
          <mxGeometry height="30" width="180" y="120" as="geometry" />
        </mxCell>
        <mxCell id="yolWoft2z_0ZBsrmm8Kk-712" parent="yolWoft2z_0ZBsrmm8Kk-711" style="shape=partialRectangle;connectable=0;fillColor=none;top=0;left=0;bottom=0;right=0;editable=1;overflow=hidden;whiteSpace=wrap;html=1;" value="" vertex="1">
          <mxGeometry height="30" width="30" as="geometry">
            <mxRectangle height="30" width="30" as="alternateBounds" />
          </mxGeometry>
        </mxCell>
        <mxCell id="yolWoft2z_0ZBsrmm8Kk-713" parent="yolWoft2z_0ZBsrmm8Kk-711" style="shape=partialRectangle;connectable=0;fillColor=none;top=0;left=0;bottom=0;right=0;align=left;spacingLeft=6;overflow=hidden;whiteSpace=wrap;html=1;" value="semana" vertex="1">
          <mxGeometry height="30" width="150" x="30" as="geometry">
            <mxRectangle height="30" width="150" as="alternateBounds" />
          </mxGeometry>
        </mxCell>
        <mxCell id="yolWoft2z_0ZBsrmm8Kk-714" parent="yolWoft2z_0ZBsrmm8Kk-701" style="shape=tableRow;horizontal=0;startSize=0;swimlaneHead=0;swimlaneBody=0;fillColor=none;collapsible=0;dropTarget=0;points=[[0,0.5],[1,0.5]];portConstraint=eastwest;top=0;left=0;right=0;bottom=0;" value="" vertex="1">
          <mxGeometry height="30" width="180" y="150" as="geometry" />
        </mxCell>
        <mxCell id="yolWoft2z_0ZBsrmm8Kk-715" parent="yolWoft2z_0ZBsrmm8Kk-714" style="shape=partialRectangle;connectable=0;fillColor=none;top=0;left=0;bottom=0;right=0;editable=1;overflow=hidden;whiteSpace=wrap;html=1;" value="" vertex="1">
          <mxGeometry height="30" width="30" as="geometry">
            <mxRectangle height="30" width="30" as="alternateBounds" />
          </mxGeometry>
        </mxCell>
        <mxCell id="yolWoft2z_0ZBsrmm8Kk-716" parent="yolWoft2z_0ZBsrmm8Kk-714" style="shape=partialRectangle;connectable=0;fillColor=none;top=0;left=0;bottom=0;right=0;align=left;spacingLeft=6;overflow=hidden;whiteSpace=wrap;html=1;" value="mes" vertex="1">
          <mxGeometry height="30" width="150" x="30" as="geometry">
            <mxRectangle height="30" width="150" as="alternateBounds" />
          </mxGeometry>
        </mxCell>
        <mxCell id="yolWoft2z_0ZBsrmm8Kk-717" parent="yolWoft2z_0ZBsrmm8Kk-701" style="shape=tableRow;horizontal=0;startSize=0;swimlaneHead=0;swimlaneBody=0;fillColor=none;collapsible=0;dropTarget=0;points=[[0,0.5],[1,0.5]];portConstraint=eastwest;top=0;left=0;right=0;bottom=0;" value="" vertex="1">
          <mxGeometry height="30" width="180" y="180" as="geometry" />
        </mxCell>
        <mxCell id="yolWoft2z_0ZBsrmm8Kk-718" parent="yolWoft2z_0ZBsrmm8Kk-717" style="shape=partialRectangle;connectable=0;fillColor=none;top=0;left=0;bottom=0;right=0;editable=1;overflow=hidden;whiteSpace=wrap;html=1;" value="" vertex="1">
          <mxGeometry height="30" width="30" as="geometry">
            <mxRectangle height="30" width="30" as="alternateBounds" />
          </mxGeometry>
        </mxCell>
        <mxCell id="yolWoft2z_0ZBsrmm8Kk-719" parent="yolWoft2z_0ZBsrmm8Kk-717" style="shape=partialRectangle;connectable=0;fillColor=none;top=0;left=0;bottom=0;right=0;align=left;spacingLeft=6;overflow=hidden;whiteSpace=wrap;html=1;" value="anio" vertex="1">
          <mxGeometry height="30" width="150" x="30" as="geometry">
            <mxRectangle height="30" width="150" as="alternateBounds" />
          </mxGeometry>
        </mxCell>
        <mxCell id="yolWoft2z_0ZBsrmm8Kk-727" edge="1" parent="1" source="yolWoft2z_0ZBsrmm8Kk-520" style="edgeStyle=orthogonalEdgeStyle;rounded=0;orthogonalLoop=1;jettySize=auto;html=1;exitX=1;exitY=0.5;exitDx=0;exitDy=0;entryX=0;entryY=0.5;entryDx=0;entryDy=0;" target="yolWoft2z_0ZBsrmm8Kk-702">
          <mxGeometry relative="1" as="geometry" />
        </mxCell>
        <mxCell id="yolWoft2z_0ZBsrmm8Kk-731" parent="1" style="shape=table;startSize=30;container=1;collapsible=1;childLayout=tableLayout;fixedRows=1;rowLines=0;fontStyle=1;align=center;resizeLast=1;html=1;" value="DIM_ACCESORIO" vertex="1">
          <mxGeometry height="120" width="220" x="-150" y="485" as="geometry" />
        </mxCell>
        <mxCell id="yolWoft2z_0ZBsrmm8Kk-732" parent="yolWoft2z_0ZBsrmm8Kk-731" style="shape=tableRow;horizontal=0;startSize=0;swimlaneHead=0;swimlaneBody=0;fillColor=none;collapsible=0;dropTarget=0;points=[[0,0.5],[1,0.5]];portConstraint=eastwest;top=0;left=0;right=0;bottom=1;" value="" vertex="1">
          <mxGeometry height="30" width="220" y="30" as="geometry" />
        </mxCell>
        <mxCell id="yolWoft2z_0ZBsrmm8Kk-733" parent="yolWoft2z_0ZBsrmm8Kk-732" style="shape=partialRectangle;connectable=0;fillColor=none;top=0;left=0;bottom=0;right=0;fontStyle=1;overflow=hidden;whiteSpace=wrap;html=1;" value="PK" vertex="1">
          <mxGeometry height="30" width="30" as="geometry">
            <mxRectangle height="30" width="30" as="alternateBounds" />
          </mxGeometry>
        </mxCell>
        <mxCell id="yolWoft2z_0ZBsrmm8Kk-734" parent="yolWoft2z_0ZBsrmm8Kk-732" style="shape=partialRectangle;connectable=0;fillColor=none;top=0;left=0;bottom=0;right=0;align=left;spacingLeft=6;fontStyle=5;overflow=hidden;whiteSpace=wrap;html=1;" value="id_accesorio" vertex="1">
          <mxGeometry height="30" width="190" x="30" as="geometry">
            <mxRectangle height="30" width="190" as="alternateBounds" />
          </mxGeometry>
        </mxCell>
        <mxCell id="yolWoft2z_0ZBsrmm8Kk-735" parent="yolWoft2z_0ZBsrmm8Kk-731" style="shape=tableRow;horizontal=0;startSize=0;swimlaneHead=0;swimlaneBody=0;fillColor=none;collapsible=0;dropTarget=0;points=[[0,0.5],[1,0.5]];portConstraint=eastwest;top=0;left=0;right=0;bottom=0;" value="" vertex="1">
          <mxGeometry height="30" width="220" y="60" as="geometry" />
        </mxCell>
        <mxCell id="yolWoft2z_0ZBsrmm8Kk-736" parent="yolWoft2z_0ZBsrmm8Kk-735" style="shape=partialRectangle;connectable=0;fillColor=none;top=0;left=0;bottom=0;right=0;editable=1;overflow=hidden;whiteSpace=wrap;html=1;" value="" vertex="1">
          <mxGeometry height="30" width="30" as="geometry">
            <mxRectangle height="30" width="30" as="alternateBounds" />
          </mxGeometry>
        </mxCell>
        <mxCell id="yolWoft2z_0ZBsrmm8Kk-737" parent="yolWoft2z_0ZBsrmm8Kk-735" style="shape=partialRectangle;connectable=0;fillColor=none;top=0;left=0;bottom=0;right=0;align=left;spacingLeft=6;overflow=hidden;whiteSpace=wrap;html=1;" value="item" vertex="1">
          <mxGeometry height="30" width="190" x="30" as="geometry">
            <mxRectangle height="30" width="190" as="alternateBounds" />
          </mxGeometry>
        </mxCell>
        <mxCell id="yolWoft2z_0ZBsrmm8Kk-738" parent="yolWoft2z_0ZBsrmm8Kk-731" style="shape=tableRow;horizontal=0;startSize=0;swimlaneHead=0;swimlaneBody=0;fillColor=none;collapsible=0;dropTarget=0;points=[[0,0.5],[1,0.5]];portConstraint=eastwest;top=0;left=0;right=0;bottom=0;" value="" vertex="1">
          <mxGeometry height="30" width="220" y="90" as="geometry" />
        </mxCell>
        <mxCell id="yolWoft2z_0ZBsrmm8Kk-739" parent="yolWoft2z_0ZBsrmm8Kk-738" style="shape=partialRectangle;connectable=0;fillColor=none;top=0;left=0;bottom=0;right=0;editable=1;overflow=hidden;whiteSpace=wrap;html=1;" value="" vertex="1">
          <mxGeometry height="30" width="30" as="geometry">
            <mxRectangle height="30" width="30" as="alternateBounds" />
          </mxGeometry>
        </mxCell>
        <mxCell id="yolWoft2z_0ZBsrmm8Kk-740" parent="yolWoft2z_0ZBsrmm8Kk-738" style="shape=partialRectangle;connectable=0;fillColor=none;top=0;left=0;bottom=0;right=0;align=left;spacingLeft=6;overflow=hidden;whiteSpace=wrap;html=1;" value="costo" vertex="1">
          <mxGeometry height="30" width="190" x="30" as="geometry">
            <mxRectangle height="30" width="190" as="alternateBounds" />
          </mxGeometry>
        </mxCell>
        <mxCell id="yolWoft2z_0ZBsrmm8Kk-745" edge="1" parent="1" source="yolWoft2z_0ZBsrmm8Kk-742" style="edgeStyle=orthogonalEdgeStyle;rounded=0;orthogonalLoop=1;jettySize=auto;html=1;exitX=1;exitY=0.5;exitDx=0;exitDy=0;entryX=0;entryY=0.5;entryDx=0;entryDy=0;" target="yolWoft2z_0ZBsrmm8Kk-702">
          <mxGeometry relative="1" as="geometry" />
        </mxCell>
        <mxCell id="yolWoft2z_0ZBsrmm8Kk-758" edge="1" parent="1" source="yolWoft2z_0ZBsrmm8Kk-556" style="edgeStyle=orthogonalEdgeStyle;rounded=0;orthogonalLoop=1;jettySize=auto;html=1;exitX=1;exitY=0.5;exitDx=0;exitDy=0;entryX=1;entryY=0.5;entryDx=0;entryDy=0;" target="yolWoft2z_0ZBsrmm8Kk-702">
          <mxGeometry relative="1" as="geometry" />
        </mxCell>
        <mxCell id="yolWoft2z_0ZBsrmm8Kk-762" edge="1" parent="1" source="yolWoft2z_0ZBsrmm8Kk-759" style="edgeStyle=orthogonalEdgeStyle;rounded=0;orthogonalLoop=1;jettySize=auto;html=1;exitX=1;exitY=0.5;exitDx=0;exitDy=0;entryX=0;entryY=0.5;entryDx=0;entryDy=0;" target="yolWoft2z_0ZBsrmm8Kk-702">
          <mxGeometry relative="1" as="geometry" />
        </mxCell>
        <mxCell id="yolWoft2z_0ZBsrmm8Kk-766" edge="1" parent="1" source="yolWoft2z_0ZBsrmm8Kk-763" style="edgeStyle=orthogonalEdgeStyle;rounded=0;orthogonalLoop=1;jettySize=auto;html=1;exitX=1;exitY=0.5;exitDx=0;exitDy=0;entryX=0;entryY=0.5;entryDx=0;entryDy=0;" target="yolWoft2z_0ZBsrmm8Kk-579">
          <mxGeometry relative="1" as="geometry">
            <Array as="points">
              <mxPoint x="710" y="475" />
              <mxPoint x="710" y="710" />
              <mxPoint x="1000" y="710" />
              <mxPoint x="1000" y="370" />
            </Array>
          </mxGeometry>
        </mxCell>
        <mxCell id="yolWoft2z_0ZBsrmm8Kk-770" parent="1" style="shape=table;startSize=30;container=1;collapsible=1;childLayout=tableLayout;fixedRows=1;rowLines=0;fontStyle=1;align=center;resizeLast=1;html=1;" value="FCT_VENTA_ACCESORIO" vertex="1">
          <mxGeometry height="120" width="210" x="160" y="500" as="geometry" />
        </mxCell>
        <mxCell id="yolWoft2z_0ZBsrmm8Kk-771" parent="yolWoft2z_0ZBsrmm8Kk-770" style="shape=tableRow;horizontal=0;startSize=0;swimlaneHead=0;swimlaneBody=0;fillColor=none;collapsible=0;dropTarget=0;points=[[0,0.5],[1,0.5]];portConstraint=eastwest;top=0;left=0;right=0;bottom=1;" value="" vertex="1">
          <mxGeometry height="30" width="210" y="30" as="geometry" />
        </mxCell>
-         <mxCell id="yolWoft2z_0ZBsrmm8Kk-772" parent="yolWoft2z_0ZBsrmm8Kk-771" style="shape=partialRectangle;connectable=0;fillColor=none;top=0;left=0;bottom=0;right=0;fontStyle=1;overflow=hidden;whiteSpace=wrap;html=1;" value="PK" vertex="1">
+         <mxCell id="yolWoft2z_0ZBsrmm8Kk-772" parent="yolWoft2z_0ZBsrmm8Kk-771" style="shape=partialRectangle;connectable=0;fillColor=none;top=0;left=0;bottom=0;right=0;fontStyle=1;overflow=hidden;whiteSpace=wrap;html=1;" value="PK.FK" vertex="1">
          <mxGeometry height="30" width="40" as="geometry">
            <mxRectangle height="30" width="40" as="alternateBounds" />
          </mxGeometry>
        </mxCell>
        <mxCell id="yolWoft2z_0ZBsrmm8Kk-773" parent="yolWoft2z_0ZBsrmm8Kk-771" style="shape=partialRectangle;connectable=0;fillColor=none;top=0;left=0;bottom=0;right=0;align=left;spacingLeft=6;fontStyle=5;overflow=hidden;whiteSpace=wrap;html=1;" value="id_venta" vertex="1">
          <mxGeometry height="30" width="170" x="40" as="geometry">
            <mxRectangle height="30" width="170" as="alternateBounds" />
          </mxGeometry>
        </mxCell>
        <mxCell id="yolWoft2z_0ZBsrmm8Kk-774" parent="yolWoft2z_0ZBsrmm8Kk-770" style="shape=tableRow;horizontal=0;startSize=0;swimlaneHead=0;swimlaneBody=0;fillColor=none;collapsible=0;dropTarget=0;points=[[0,0.5],[1,0.5]];portConstraint=eastwest;top=0;left=0;right=0;bottom=0;" value="" vertex="1">
          <mxGeometry height="30" width="210" y="60" as="geometry" />
        </mxCell>
        <mxCell id="yolWoft2z_0ZBsrmm8Kk-775" parent="yolWoft2z_0ZBsrmm8Kk-774" style="shape=partialRectangle;connectable=0;fillColor=none;top=0;left=0;bottom=0;right=0;editable=1;overflow=hidden;whiteSpace=wrap;html=1;" value="PK,FK" vertex="1">
          <mxGeometry height="30" width="40" as="geometry">
            <mxRectangle height="30" width="40" as="alternateBounds" />
          </mxGeometry>
        </mxCell>
        <mxCell id="yolWoft2z_0ZBsrmm8Kk-776" parent="yolWoft2z_0ZBsrmm8Kk-774" style="shape=partialRectangle;connectable=0;fillColor=none;top=0;left=0;bottom=0;right=0;align=left;spacingLeft=6;overflow=hidden;whiteSpace=wrap;html=1;" value="id_accesorio" vertex="1">
          <mxGeometry height="30" width="170" x="40" as="geometry">
            <mxRectangle height="30" width="170" as="alternateBounds" />
          </mxGeometry>
        </mxCell>
        <mxCell id="yolWoft2z_0ZBsrmm8Kk-778" parent="yolWoft2z_0ZBsrmm8Kk-770" style="shape=tableRow;horizontal=0;startSize=0;swimlaneHead=0;swimlaneBody=0;fillColor=none;collapsible=0;dropTarget=0;points=[[0,0.5],[1,0.5]];portConstraint=eastwest;top=0;left=0;right=0;bottom=0;" value="" vertex="1">
          <mxGeometry height="30" width="210" y="90" as="geometry" />
        </mxCell>
        <mxCell id="yolWoft2z_0ZBsrmm8Kk-779" parent="yolWoft2z_0ZBsrmm8Kk-778" style="shape=partialRectangle;connectable=0;fillColor=none;top=0;left=0;bottom=0;right=0;editable=1;overflow=hidden;whiteSpace=wrap;html=1;" value="" vertex="1">
          <mxGeometry height="30" width="40" as="geometry">
            <mxRectangle height="30" width="40" as="alternateBounds" />
          </mxGeometry>
        </mxCell>
        <mxCell id="yolWoft2z_0ZBsrmm8Kk-780" parent="yolWoft2z_0ZBsrmm8Kk-778" style="shape=partialRectangle;connectable=0;fillColor=none;top=0;left=0;bottom=0;right=0;align=left;spacingLeft=6;overflow=hidden;whiteSpace=wrap;html=1;" value="precio_cobrado" vertex="1">
          <mxGeometry height="30" width="170" x="40" as="geometry">
            <mxRectangle height="30" width="170" as="alternateBounds" />
          </mxGeometry>
        </mxCell>
        <mxCell id="yolWoft2z_0ZBsrmm8Kk-777" edge="1" parent="1" source="yolWoft2z_0ZBsrmm8Kk-774" style="edgeStyle=orthogonalEdgeStyle;rounded=0;orthogonalLoop=1;jettySize=auto;html=1;exitX=0;exitY=0.5;exitDx=0;exitDy=0;entryX=1;entryY=0.5;entryDx=0;entryDy=0;" target="yolWoft2z_0ZBsrmm8Kk-732">
          <mxGeometry relative="1" as="geometry" />
        </mxCell>
        <mxCell id="yolWoft2z_0ZBsrmm8Kk-781" edge="1" parent="1" source="yolWoft2z_0ZBsrmm8Kk-728" style="edgeStyle=orthogonalEdgeStyle;rounded=0;orthogonalLoop=1;jettySize=auto;html=1;exitX=0;exitY=0.5;exitDx=0;exitDy=0;entryX=1;entryY=0.5;entryDx=0;entryDy=0;" target="yolWoft2z_0ZBsrmm8Kk-771">
          <mxGeometry relative="1" as="geometry" />
        </mxCell>
      </root>
    </mxGraphModel>
  </diagram>
</mxfile>
